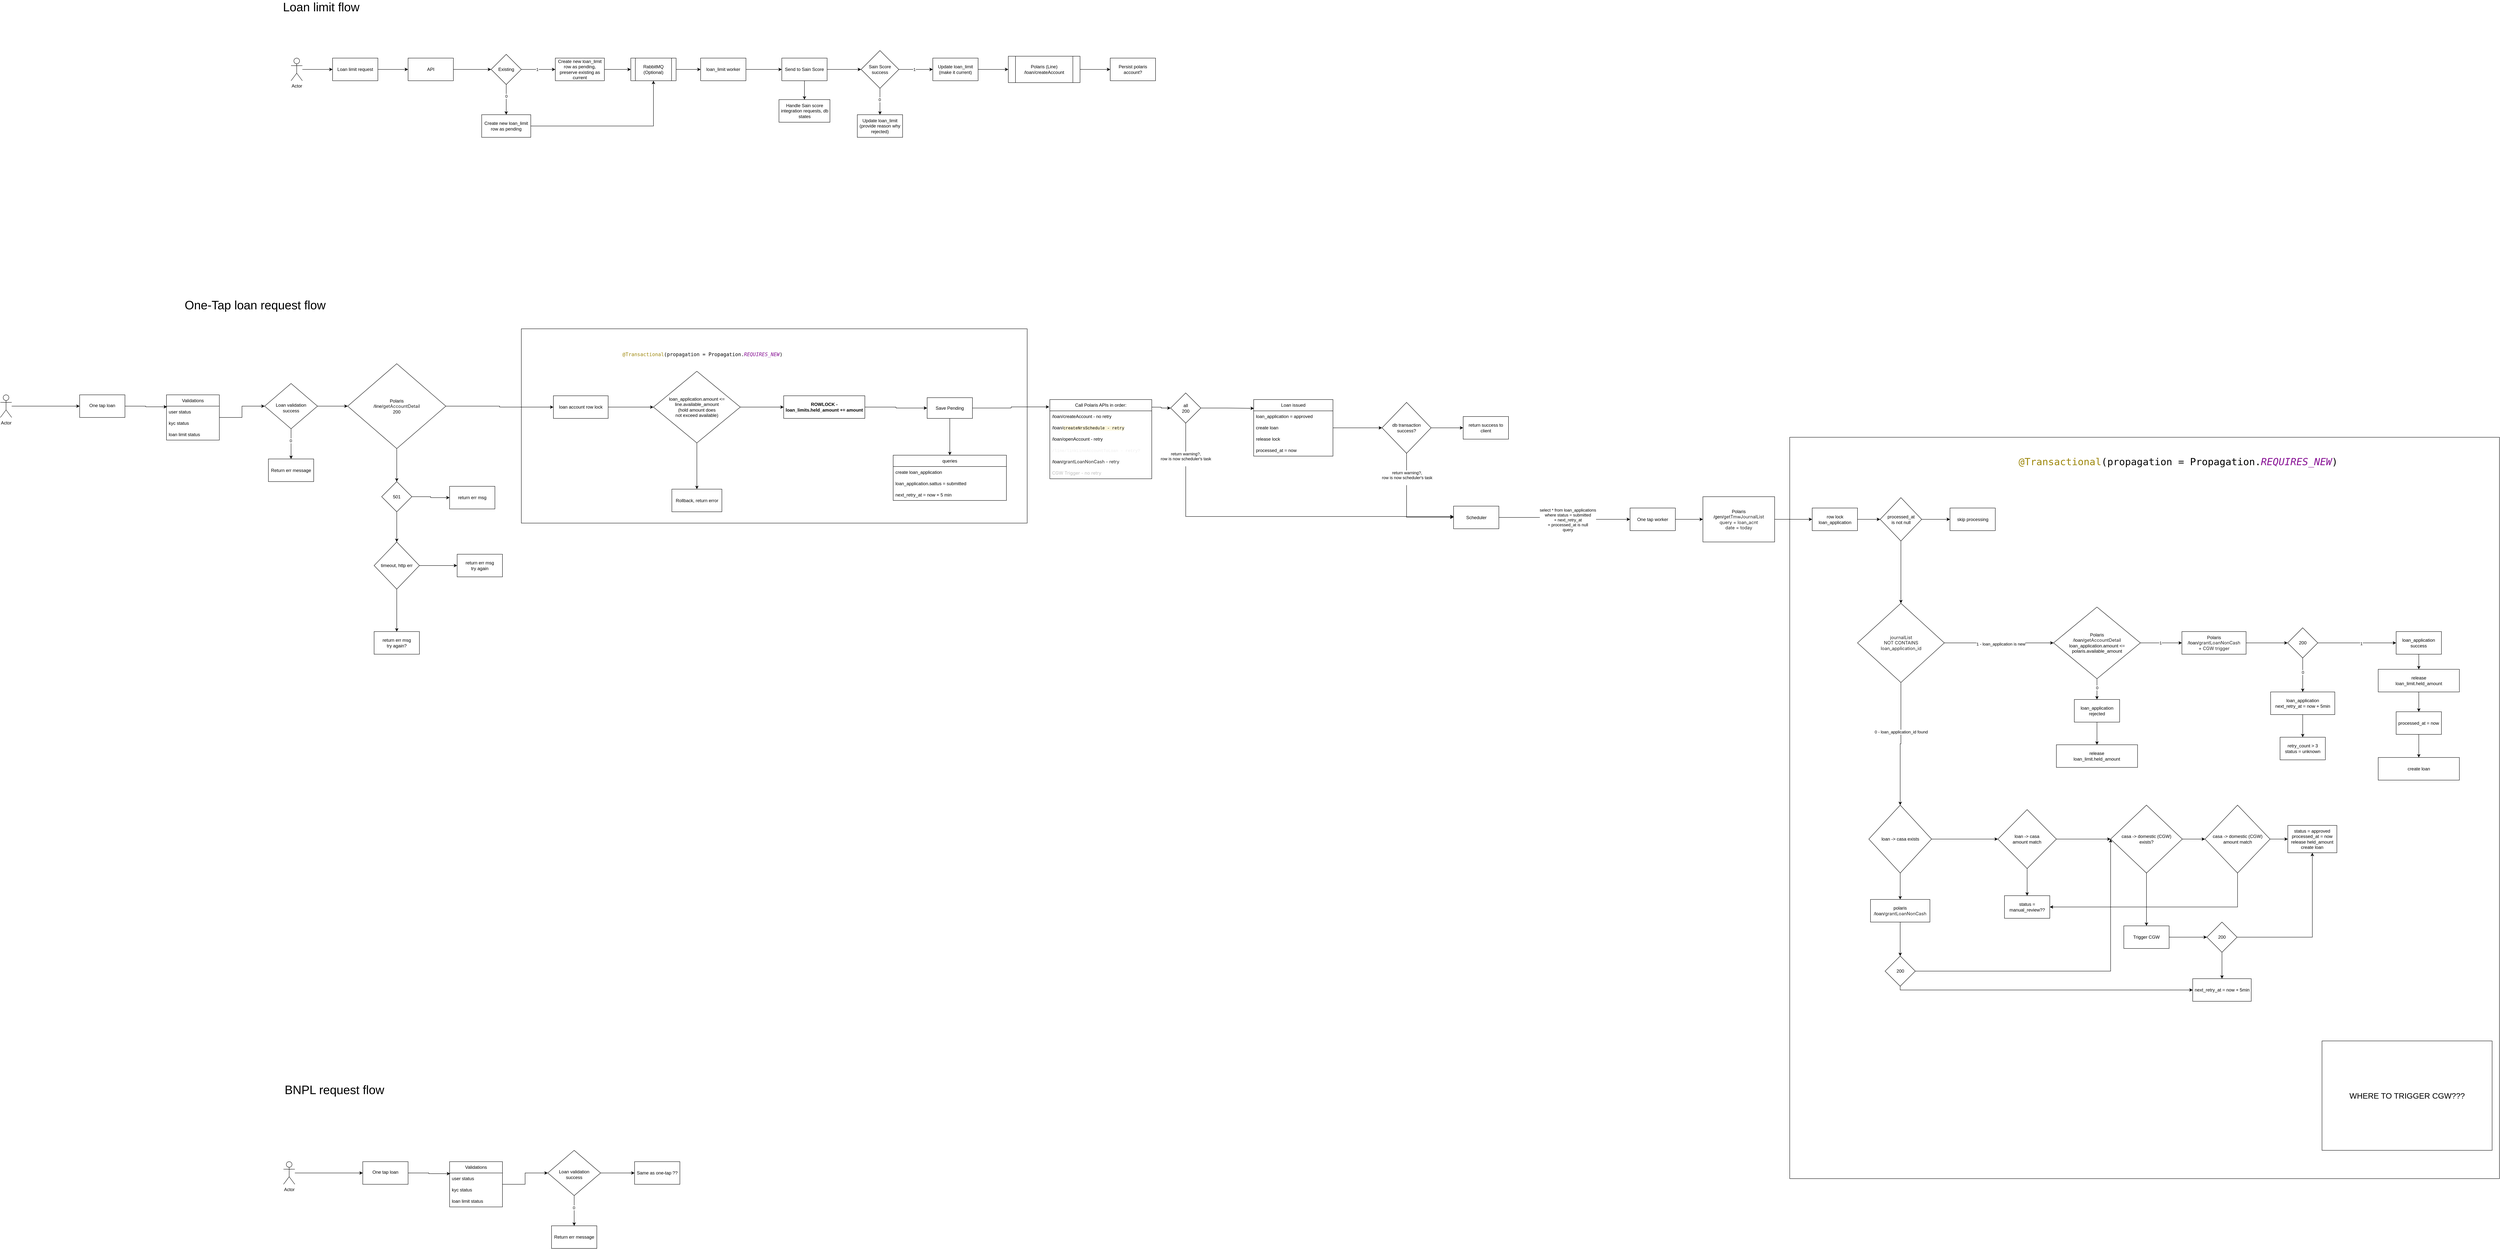
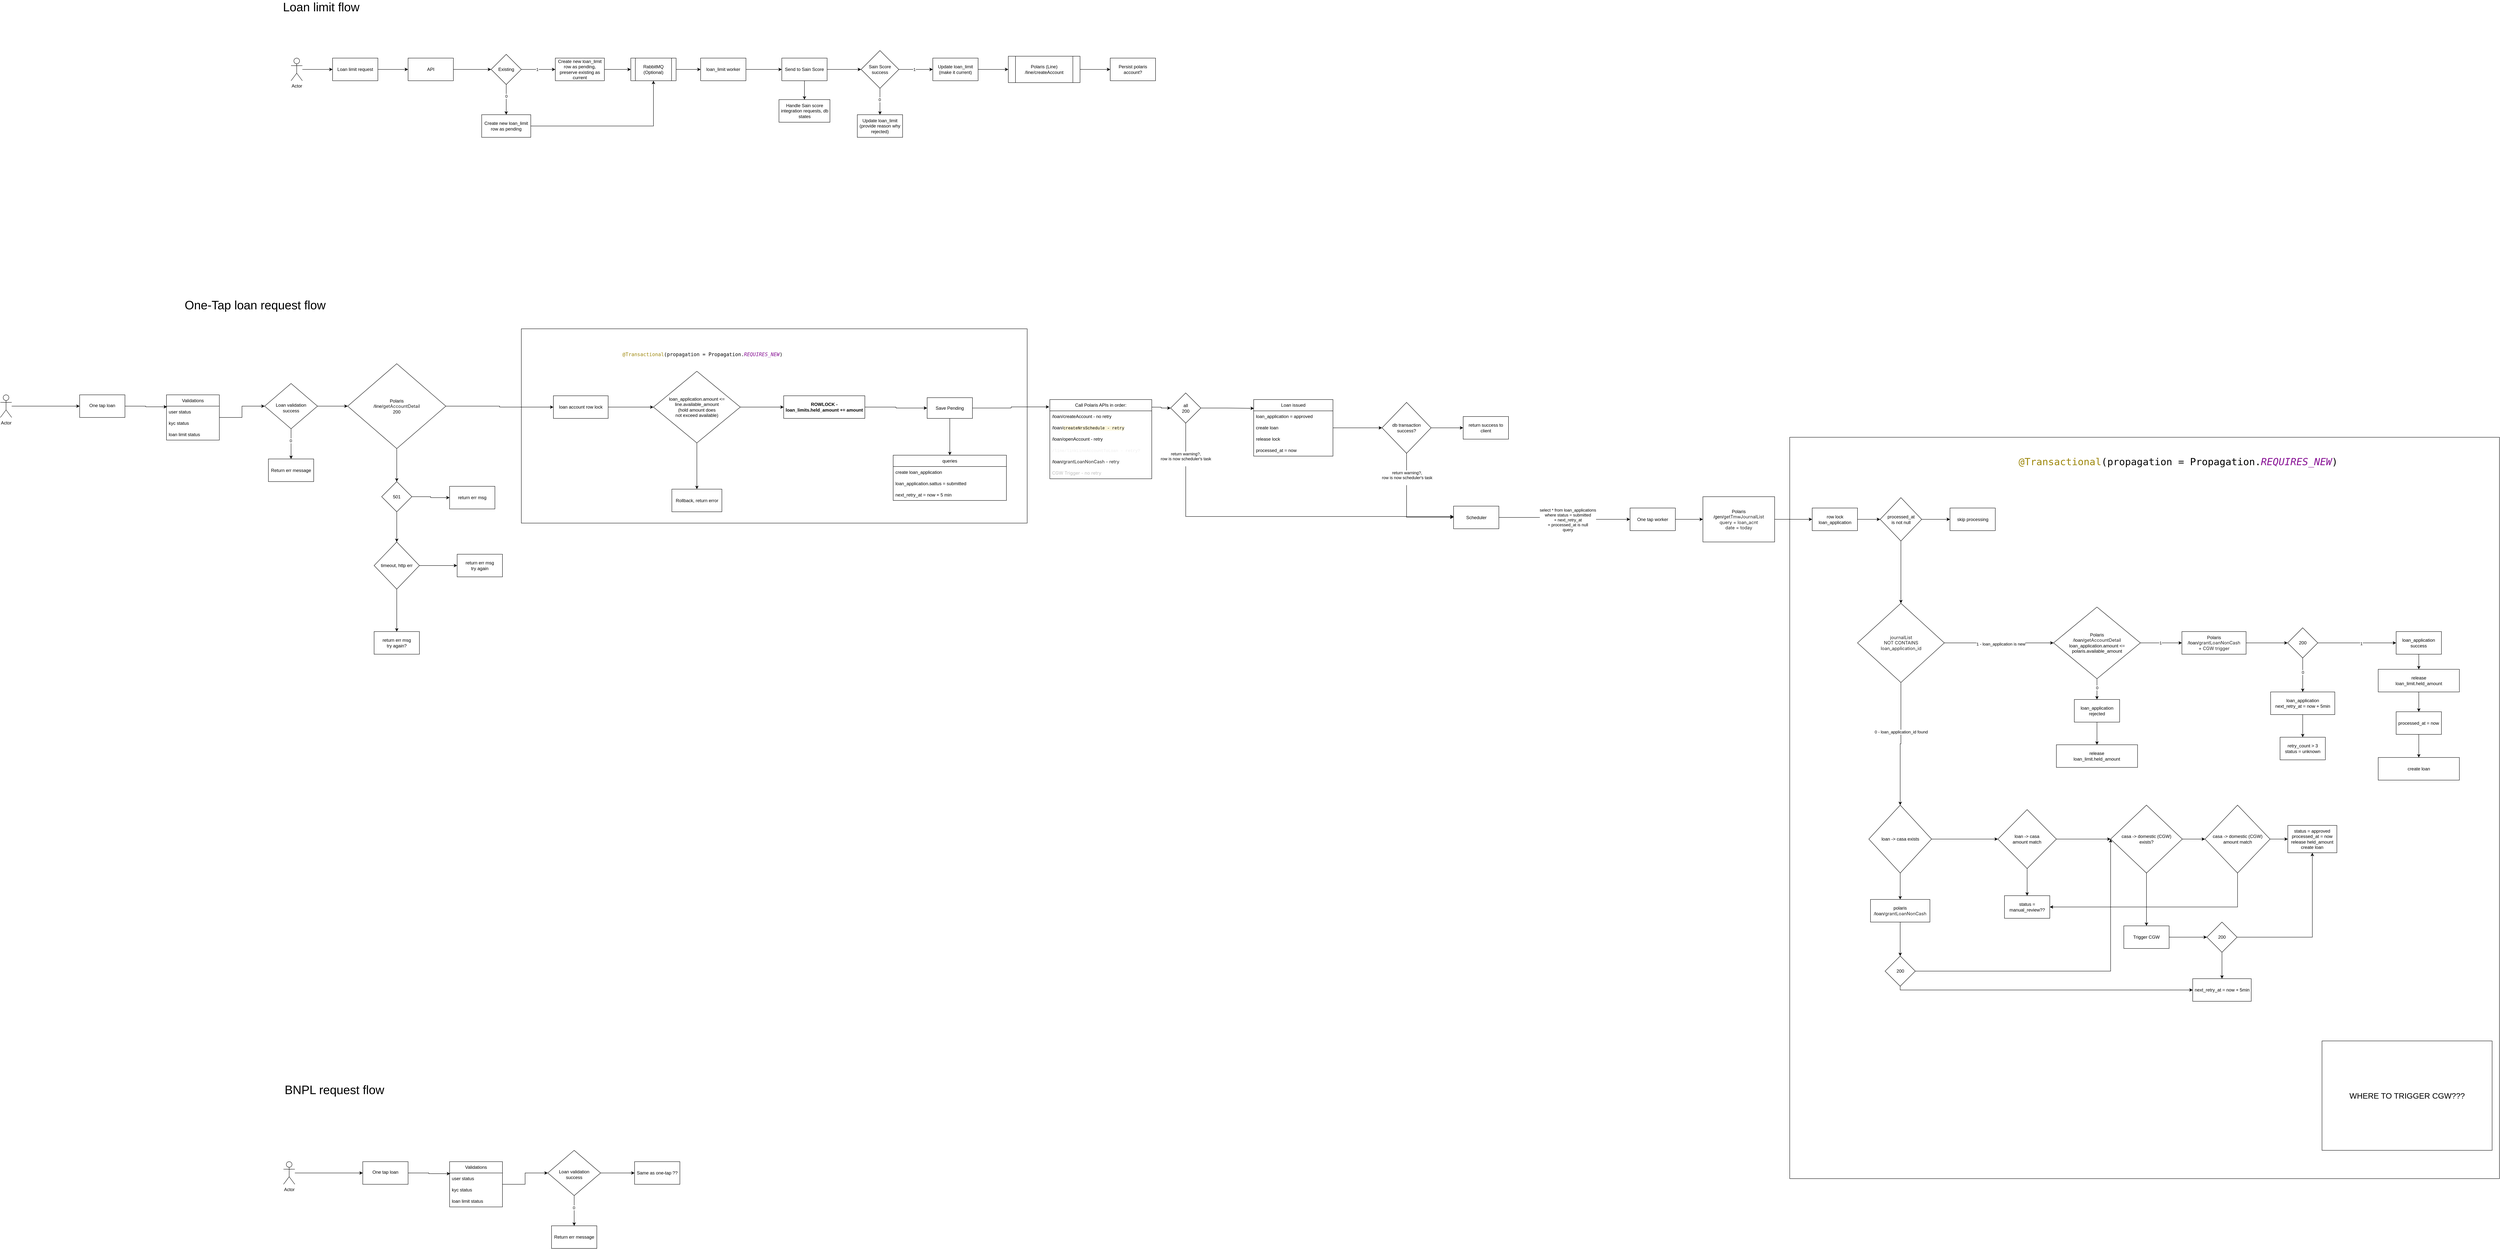
<mxfile host="app.diagrams.net">
  <diagram name="Page-1" id="VCBSuIh8bz7kurrQ0Zaz">
-     <mxGraphModel dx="1638" dy="461" grid="1" gridSize="10" guides="1" tooltips="1" connect="1" arrows="1" fold="1" page="1" pageScale="1" pageWidth="850" pageHeight="1100" math="0" shadow="0">
+     <mxGraphModel dx="2259" dy="824" grid="1" gridSize="10" guides="1" tooltips="1" connect="1" arrows="1" fold="1" page="1" pageScale="1" pageWidth="850" pageHeight="1100" math="0" shadow="0">
      <root>
        <mxCell id="0" />
        <mxCell id="1" parent="0" />
        <mxCell id="In8fDh9ZLN2M87an2Miy-188" parent="1" style="rounded=0;whiteSpace=wrap;html=1;movable=0;resizable=0;rotatable=0;deletable=0;editable=0;locked=1;connectable=0;" value="" vertex="1">
          <mxGeometry height="1965" width="1880" x="4010" y="1215" as="geometry" />
        </mxCell>
        <mxCell id="In8fDh9ZLN2M87an2Miy-172" parent="1" style="rounded=0;whiteSpace=wrap;html=1;movable=1;resizable=1;rotatable=1;deletable=1;editable=1;locked=0;connectable=1;" value="" vertex="1">
          <mxGeometry height="515" width="1340" x="650" y="927.5" as="geometry" />
        </mxCell>
        <mxCell id="KqixbsF9o6dLofBvsG9t-5" edge="1" parent="1" source="KqixbsF9o6dLofBvsG9t-1" style="edgeStyle=orthogonalEdgeStyle;rounded=0;orthogonalLoop=1;jettySize=auto;html=1;" target="KqixbsF9o6dLofBvsG9t-4" value="">
          <mxGeometry relative="1" as="geometry" />
        </mxCell>
        <mxCell id="KqixbsF9o6dLofBvsG9t-1" parent="1" style="rounded=0;whiteSpace=wrap;html=1;" value="Loan limit request" vertex="1">
          <mxGeometry height="60" width="120" x="150" y="210" as="geometry" />
        </mxCell>
        <mxCell id="KqixbsF9o6dLofBvsG9t-3" edge="1" parent="1" source="KqixbsF9o6dLofBvsG9t-2" style="edgeStyle=orthogonalEdgeStyle;rounded=0;orthogonalLoop=1;jettySize=auto;html=1;" target="KqixbsF9o6dLofBvsG9t-1" value="">
          <mxGeometry relative="1" as="geometry" />
        </mxCell>
        <mxCell id="KqixbsF9o6dLofBvsG9t-2" parent="1" style="shape=umlActor;verticalLabelPosition=bottom;verticalAlign=top;html=1;outlineConnect=0;" value="Actor" vertex="1">
          <mxGeometry height="60" width="30" x="40" y="210" as="geometry" />
        </mxCell>
        <mxCell id="KqixbsF9o6dLofBvsG9t-9" edge="1" parent="1" source="KqixbsF9o6dLofBvsG9t-4" style="edgeStyle=orthogonalEdgeStyle;rounded=0;orthogonalLoop=1;jettySize=auto;html=1;" target="KqixbsF9o6dLofBvsG9t-8" value="">
          <mxGeometry relative="1" as="geometry" />
        </mxCell>
        <mxCell id="KqixbsF9o6dLofBvsG9t-4" parent="1" style="rounded=0;whiteSpace=wrap;html=1;" value="API" vertex="1">
          <mxGeometry height="60" width="120" x="350" y="210" as="geometry" />
        </mxCell>
        <mxCell id="KqixbsF9o6dLofBvsG9t-11" edge="1" parent="1" source="KqixbsF9o6dLofBvsG9t-8" style="edgeStyle=orthogonalEdgeStyle;rounded=0;orthogonalLoop=1;jettySize=auto;html=1;" target="KqixbsF9o6dLofBvsG9t-10" value="">
          <mxGeometry relative="1" as="geometry" />
        </mxCell>
        <mxCell id="KqixbsF9o6dLofBvsG9t-12" connectable="0" parent="KqixbsF9o6dLofBvsG9t-11" style="edgeLabel;html=1;align=center;verticalAlign=middle;resizable=0;points=[];" value="1" vertex="1">
          <mxGeometry relative="1" x="-0.079" as="geometry">
            <mxPoint as="offset" />
          </mxGeometry>
        </mxCell>
        <mxCell id="KqixbsF9o6dLofBvsG9t-14" edge="1" parent="1" source="KqixbsF9o6dLofBvsG9t-8" style="edgeStyle=orthogonalEdgeStyle;rounded=0;orthogonalLoop=1;jettySize=auto;html=1;" target="KqixbsF9o6dLofBvsG9t-13" value="">
          <mxGeometry relative="1" as="geometry" />
        </mxCell>
        <mxCell id="KqixbsF9o6dLofBvsG9t-15" connectable="0" parent="KqixbsF9o6dLofBvsG9t-14" style="edgeLabel;html=1;align=center;verticalAlign=middle;resizable=0;points=[];" value="0" vertex="1">
          <mxGeometry relative="1" x="-0.2407" as="geometry">
            <mxPoint as="offset" />
          </mxGeometry>
        </mxCell>
        <mxCell id="KqixbsF9o6dLofBvsG9t-8" parent="1" style="rhombus;whiteSpace=wrap;html=1;rounded=0;" value="Existing" vertex="1">
          <mxGeometry height="80" width="80" x="570" y="200" as="geometry" />
        </mxCell>
        <mxCell id="KqixbsF9o6dLofBvsG9t-23" edge="1" parent="1" source="KqixbsF9o6dLofBvsG9t-10" style="edgeStyle=orthogonalEdgeStyle;rounded=0;orthogonalLoop=1;jettySize=auto;html=1;" target="KqixbsF9o6dLofBvsG9t-22" value="">
          <mxGeometry relative="1" as="geometry" />
        </mxCell>
        <mxCell id="KqixbsF9o6dLofBvsG9t-10" parent="1" style="whiteSpace=wrap;html=1;rounded=0;" value="Create new loan_limit row as pending, preserve existing as current" vertex="1">
          <mxGeometry height="60" width="130" x="740" y="210" as="geometry" />
        </mxCell>
        <mxCell id="KqixbsF9o6dLofBvsG9t-26" edge="1" parent="1" source="KqixbsF9o6dLofBvsG9t-13" style="edgeStyle=orthogonalEdgeStyle;rounded=0;orthogonalLoop=1;jettySize=auto;html=1;entryX=0.5;entryY=1;entryDx=0;entryDy=0;" target="KqixbsF9o6dLofBvsG9t-22">
          <mxGeometry relative="1" as="geometry" />
        </mxCell>
        <mxCell id="KqixbsF9o6dLofBvsG9t-13" parent="1" style="whiteSpace=wrap;html=1;rounded=0;" value="Create new loan_limit row as pending" vertex="1">
          <mxGeometry height="60" width="130" x="545" y="360" as="geometry" />
        </mxCell>
        <mxCell id="KqixbsF9o6dLofBvsG9t-25" edge="1" parent="1" source="KqixbsF9o6dLofBvsG9t-22" style="edgeStyle=orthogonalEdgeStyle;rounded=0;orthogonalLoop=1;jettySize=auto;html=1;" target="KqixbsF9o6dLofBvsG9t-24" value="">
          <mxGeometry relative="1" as="geometry" />
        </mxCell>
        <mxCell id="KqixbsF9o6dLofBvsG9t-22" parent="1" style="shape=process;whiteSpace=wrap;html=1;backgroundOutline=1;rounded=0;" value="RabbitMQ (Optional)" vertex="1">
          <mxGeometry height="60" width="120" x="940" y="210" as="geometry" />
        </mxCell>
        <mxCell id="KqixbsF9o6dLofBvsG9t-28" edge="1" parent="1" source="KqixbsF9o6dLofBvsG9t-24" style="edgeStyle=orthogonalEdgeStyle;rounded=0;orthogonalLoop=1;jettySize=auto;html=1;" target="KqixbsF9o6dLofBvsG9t-27" value="">
          <mxGeometry relative="1" as="geometry" />
        </mxCell>
        <mxCell id="KqixbsF9o6dLofBvsG9t-24" parent="1" style="whiteSpace=wrap;html=1;rounded=0;" value="loan_limit worker" vertex="1">
          <mxGeometry height="60" width="120" x="1125" y="210" as="geometry" />
        </mxCell>
        <mxCell id="KqixbsF9o6dLofBvsG9t-30" edge="1" parent="1" source="KqixbsF9o6dLofBvsG9t-27" style="edgeStyle=orthogonalEdgeStyle;rounded=0;orthogonalLoop=1;jettySize=auto;html=1;" target="KqixbsF9o6dLofBvsG9t-29" value="">
          <mxGeometry relative="1" as="geometry" />
        </mxCell>
        <mxCell id="KqixbsF9o6dLofBvsG9t-38" edge="1" parent="1" source="KqixbsF9o6dLofBvsG9t-27" style="edgeStyle=orthogonalEdgeStyle;rounded=0;orthogonalLoop=1;jettySize=auto;html=1;" target="KqixbsF9o6dLofBvsG9t-37" value="">
          <mxGeometry relative="1" as="geometry" />
        </mxCell>
        <mxCell id="KqixbsF9o6dLofBvsG9t-27" parent="1" style="whiteSpace=wrap;html=1;rounded=0;" value="Send to Sain Score" vertex="1">
          <mxGeometry height="60" width="120" x="1340" y="210" as="geometry" />
        </mxCell>
        <mxCell id="KqixbsF9o6dLofBvsG9t-32" edge="1" parent="1" source="KqixbsF9o6dLofBvsG9t-29" style="edgeStyle=orthogonalEdgeStyle;rounded=0;orthogonalLoop=1;jettySize=auto;html=1;" target="KqixbsF9o6dLofBvsG9t-31" value="">
          <mxGeometry relative="1" as="geometry" />
        </mxCell>
        <mxCell id="KqixbsF9o6dLofBvsG9t-33" connectable="0" parent="KqixbsF9o6dLofBvsG9t-32" style="edgeLabel;html=1;align=center;verticalAlign=middle;resizable=0;points=[];" value="1" vertex="1">
          <mxGeometry relative="1" x="-0.1048" as="geometry">
            <mxPoint as="offset" />
          </mxGeometry>
        </mxCell>
        <mxCell id="KqixbsF9o6dLofBvsG9t-35" edge="1" parent="1" source="KqixbsF9o6dLofBvsG9t-29" style="edgeStyle=orthogonalEdgeStyle;rounded=0;orthogonalLoop=1;jettySize=auto;html=1;" target="KqixbsF9o6dLofBvsG9t-34" value="">
          <mxGeometry relative="1" as="geometry" />
        </mxCell>
        <mxCell id="KqixbsF9o6dLofBvsG9t-36" connectable="0" parent="KqixbsF9o6dLofBvsG9t-35" style="edgeLabel;html=1;align=center;verticalAlign=middle;resizable=0;points=[];" value="0" vertex="1">
          <mxGeometry relative="1" x="-0.1429" y="-1" as="geometry">
            <mxPoint as="offset" />
          </mxGeometry>
        </mxCell>
        <mxCell id="KqixbsF9o6dLofBvsG9t-29" parent="1" style="rhombus;whiteSpace=wrap;html=1;rounded=0;" value="Sain Score success" vertex="1">
          <mxGeometry height="100" width="100" x="1550" y="190" as="geometry" />
        </mxCell>
        <mxCell id="KqixbsF9o6dLofBvsG9t-66" edge="1" parent="1" source="KqixbsF9o6dLofBvsG9t-31" style="edgeStyle=orthogonalEdgeStyle;rounded=0;orthogonalLoop=1;jettySize=auto;html=1;" target="KqixbsF9o6dLofBvsG9t-65" value="">
          <mxGeometry relative="1" as="geometry" />
        </mxCell>
        <mxCell id="KqixbsF9o6dLofBvsG9t-31" parent="1" style="whiteSpace=wrap;html=1;rounded=0;" value="Update loan_limit (make it current)" vertex="1">
          <mxGeometry height="60" width="120" x="1740" y="210" as="geometry" />
        </mxCell>
        <mxCell id="KqixbsF9o6dLofBvsG9t-34" parent="1" style="whiteSpace=wrap;html=1;rounded=0;" value="Update loan_limit&lt;br&gt;(provide reason why rejected)" vertex="1">
          <mxGeometry height="60" width="120" x="1540" y="360" as="geometry" />
        </mxCell>
        <mxCell id="KqixbsF9o6dLofBvsG9t-37" parent="1" style="whiteSpace=wrap;html=1;rounded=0;" value="Handle Sain score integration requests, db states" vertex="1">
          <mxGeometry height="60" width="135" x="1332.5" y="320" as="geometry" />
        </mxCell>
        <mxCell id="KqixbsF9o6dLofBvsG9t-40" parent="1" style="text;html=1;whiteSpace=wrap;strokeColor=none;fillColor=none;align=center;verticalAlign=middle;rounded=0;fontSize=32;" value="Loan limit flow" vertex="1">
          <mxGeometry height="30" width="260" x="-10" y="60" as="geometry" />
        </mxCell>
        <mxCell id="KqixbsF9o6dLofBvsG9t-74" edge="1" parent="1" source="KqixbsF9o6dLofBvsG9t-65" style="edgeStyle=orthogonalEdgeStyle;rounded=0;orthogonalLoop=1;jettySize=auto;html=1;" target="KqixbsF9o6dLofBvsG9t-73" value="">
          <mxGeometry relative="1" as="geometry" />
        </mxCell>
-         <mxCell id="KqixbsF9o6dLofBvsG9t-65" parent="1" style="shape=process;whiteSpace=wrap;html=1;backgroundOutline=1;rounded=0;" value="Polaris (Line)&lt;br&gt;/loan/createAccount" vertex="1">
+         <mxCell id="KqixbsF9o6dLofBvsG9t-65" parent="1" style="shape=process;whiteSpace=wrap;html=1;backgroundOutline=1;rounded=0;" value="Polaris (Line)&lt;br&gt;/line/createAccount" vertex="1">
          <mxGeometry height="70" width="190" x="1940" y="205" as="geometry" />
        </mxCell>
        <mxCell id="KqixbsF9o6dLofBvsG9t-73" parent="1" style="whiteSpace=wrap;html=1;rounded=0;" value="Persist polaris account?" vertex="1">
          <mxGeometry height="60" width="120" x="2210" y="210" as="geometry" />
        </mxCell>
        <mxCell id="U8Ajh8Gpa-m2DNKNFQys-1" parent="1" style="text;html=1;whiteSpace=wrap;strokeColor=none;fillColor=none;align=center;verticalAlign=middle;rounded=0;fontSize=32;" value="One-Tap loan request flow" vertex="1">
          <mxGeometry height="30" width="470" x="-290" y="850" as="geometry" />
        </mxCell>
        <mxCell id="In8fDh9ZLN2M87an2Miy-1" edge="1" parent="1" source="In8fDh9ZLN2M87an2Miy-2" style="edgeStyle=orthogonalEdgeStyle;rounded=0;orthogonalLoop=1;jettySize=auto;html=1;" target="In8fDh9ZLN2M87an2Miy-4" value="">
          <mxGeometry relative="1" as="geometry" />
        </mxCell>
        <mxCell id="In8fDh9ZLN2M87an2Miy-2" parent="1" style="shape=umlActor;verticalLabelPosition=bottom;verticalAlign=top;html=1;outlineConnect=0;" value="Actor" vertex="1">
          <mxGeometry height="60" width="30" x="-730" y="1102.5" as="geometry" />
        </mxCell>
        <mxCell id="In8fDh9ZLN2M87an2Miy-3" edge="1" parent="1" source="In8fDh9ZLN2M87an2Miy-4" style="edgeStyle=orthogonalEdgeStyle;rounded=0;orthogonalLoop=1;jettySize=auto;html=1;entryX=0.011;entryY=0.06;entryDx=0;entryDy=0;entryPerimeter=0;" target="In8fDh9ZLN2M87an2Miy-28" value="">
          <mxGeometry relative="1" as="geometry">
            <mxPoint x="-310" y="1132.5" as="targetPoint" />
          </mxGeometry>
        </mxCell>
        <mxCell id="In8fDh9ZLN2M87an2Miy-4" parent="1" style="whiteSpace=wrap;html=1;verticalAlign=top;" value="&lt;div&gt;&lt;br&gt;&lt;/div&gt;&lt;div&gt;One tap loan&lt;/div&gt;" vertex="1">
          <mxGeometry height="60" width="120" x="-520" y="1102.5" as="geometry" />
        </mxCell>
        <mxCell id="In8fDh9ZLN2M87an2Miy-7" edge="1" parent="1" source="In8fDh9ZLN2M87an2Miy-9" style="edgeStyle=orthogonalEdgeStyle;rounded=0;orthogonalLoop=1;jettySize=auto;html=1;" target="In8fDh9ZLN2M87an2Miy-13" value="">
          <mxGeometry relative="1" as="geometry" />
        </mxCell>
        <mxCell id="In8fDh9ZLN2M87an2Miy-8" connectable="0" parent="In8fDh9ZLN2M87an2Miy-7" style="edgeLabel;html=1;align=center;verticalAlign=middle;resizable=0;points=[];" value="0" vertex="1">
          <mxGeometry relative="1" x="-0.2091" y="-1" as="geometry">
            <mxPoint as="offset" />
          </mxGeometry>
        </mxCell>
        <mxCell id="In8fDh9ZLN2M87an2Miy-230" edge="1" parent="1" source="In8fDh9ZLN2M87an2Miy-9" style="edgeStyle=orthogonalEdgeStyle;rounded=0;orthogonalLoop=1;jettySize=auto;html=1;" target="In8fDh9ZLN2M87an2Miy-228">
          <mxGeometry relative="1" as="geometry" />
        </mxCell>
        <mxCell id="In8fDh9ZLN2M87an2Miy-9" parent="1" style="rhombus;whiteSpace=wrap;html=1;verticalAlign=top;" value="&lt;br&gt;&lt;br&gt;&lt;div&gt;&lt;br&gt;&lt;/div&gt;&lt;div&gt;Loan validation&lt;br&gt;success&lt;/div&gt;" vertex="1">
          <mxGeometry height="120" width="140" x="-30" y="1072.5" as="geometry" />
        </mxCell>
        <mxCell id="In8fDh9ZLN2M87an2Miy-10" edge="1" parent="1" source="In8fDh9ZLN2M87an2Miy-12" style="edgeStyle=orthogonalEdgeStyle;rounded=0;orthogonalLoop=1;jettySize=auto;html=1;entryX=0.5;entryY=0;entryDx=0;entryDy=0;" target="In8fDh9ZLN2M87an2Miy-14">
          <mxGeometry relative="1" as="geometry" />
        </mxCell>
        <mxCell id="In8fDh9ZLN2M87an2Miy-54" edge="1" parent="1" source="In8fDh9ZLN2M87an2Miy-105" style="edgeStyle=orthogonalEdgeStyle;rounded=0;orthogonalLoop=1;jettySize=auto;html=1;exitX=1;exitY=0.5;exitDx=0;exitDy=0;" target="In8fDh9ZLN2M87an2Miy-53" value="">
          <mxGeometry relative="1" as="geometry">
            <mxPoint x="3329.5" y="1432.5" as="sourcePoint" />
          </mxGeometry>
        </mxCell>
        <mxCell id="In8fDh9ZLN2M87an2Miy-55" connectable="0" parent="In8fDh9ZLN2M87an2Miy-54" style="edgeLabel;html=1;align=center;verticalAlign=middle;resizable=0;points=[];" value="select * from loan_applications&lt;br&gt;where status = submitted&lt;br&gt;+ next_retry_at&lt;br&gt;+ processed_at is null&lt;br&gt;query" vertex="1">
          <mxGeometry relative="1" x="0.0637" y="-1" as="geometry">
            <mxPoint as="offset" />
          </mxGeometry>
        </mxCell>
        <mxCell id="In8fDh9ZLN2M87an2Miy-246" edge="1" parent="1" source="In8fDh9ZLN2M87an2Miy-12" style="edgeStyle=orthogonalEdgeStyle;rounded=0;orthogonalLoop=1;jettySize=auto;html=1;entryX=-0.006;entryY=0.093;entryDx=0;entryDy=0;entryPerimeter=0;" target="In8fDh9ZLN2M87an2Miy-247">
          <mxGeometry relative="1" as="geometry">
            <mxPoint x="2090" y="1137.5" as="targetPoint" />
          </mxGeometry>
        </mxCell>
        <mxCell id="In8fDh9ZLN2M87an2Miy-12" parent="1" style="whiteSpace=wrap;html=1;verticalAlign=middle;" value="Save Pending" vertex="1">
          <mxGeometry height="55" width="120" x="1725" y="1110" as="geometry" />
        </mxCell>
        <mxCell id="In8fDh9ZLN2M87an2Miy-13" parent="1" style="whiteSpace=wrap;html=1;verticalAlign=middle;" value="Return err message" vertex="1">
          <mxGeometry height="60" width="120" x="-20" y="1272.5" as="geometry" />
        </mxCell>
        <mxCell id="In8fDh9ZLN2M87an2Miy-14" parent="1" style="swimlane;fontStyle=0;childLayout=stackLayout;horizontal=1;startSize=30;horizontalStack=0;resizeParent=1;resizeParentMax=0;resizeLast=0;collapsible=1;marginBottom=0;whiteSpace=wrap;html=1;" value="queries" vertex="1">
          <mxGeometry height="120" width="300" x="1635" y="1262.5" as="geometry" />
        </mxCell>
        <mxCell id="In8fDh9ZLN2M87an2Miy-15" parent="In8fDh9ZLN2M87an2Miy-14" style="text;strokeColor=none;fillColor=none;align=left;verticalAlign=middle;spacingLeft=4;spacingRight=4;overflow=hidden;points=[[0,0.5],[1,0.5]];portConstraint=eastwest;rotatable=0;whiteSpace=wrap;html=1;" value="create loan_application" vertex="1">
          <mxGeometry height="30" width="300" y="30" as="geometry" />
        </mxCell>
        <mxCell id="In8fDh9ZLN2M87an2Miy-104" parent="In8fDh9ZLN2M87an2Miy-14" style="text;strokeColor=none;fillColor=none;align=left;verticalAlign=middle;spacingLeft=4;spacingRight=4;overflow=hidden;points=[[0,0.5],[1,0.5]];portConstraint=eastwest;rotatable=0;whiteSpace=wrap;html=1;" value="loan_application.sattus = submitted" vertex="1">
          <mxGeometry height="30" width="300" y="60" as="geometry" />
        </mxCell>
        <mxCell id="In8fDh9ZLN2M87an2Miy-17" parent="In8fDh9ZLN2M87an2Miy-14" style="text;strokeColor=none;fillColor=none;align=left;verticalAlign=middle;spacingLeft=4;spacingRight=4;overflow=hidden;points=[[0,0.5],[1,0.5]];portConstraint=eastwest;rotatable=0;whiteSpace=wrap;html=1;" value="next_retry_at = now + 5 min" vertex="1">
          <mxGeometry height="30" width="300" y="90" as="geometry" />
        </mxCell>
        <mxCell id="In8fDh9ZLN2M87an2Miy-32" edge="1" parent="1" source="In8fDh9ZLN2M87an2Miy-27" style="edgeStyle=orthogonalEdgeStyle;rounded=0;orthogonalLoop=1;jettySize=auto;html=1;entryX=0;entryY=0.5;entryDx=0;entryDy=0;" target="In8fDh9ZLN2M87an2Miy-9">
          <mxGeometry relative="1" as="geometry" />
        </mxCell>
        <mxCell id="In8fDh9ZLN2M87an2Miy-27" parent="1" style="swimlane;fontStyle=0;childLayout=stackLayout;horizontal=1;startSize=30;horizontalStack=0;resizeParent=1;resizeParentMax=0;resizeLast=0;collapsible=1;marginBottom=0;whiteSpace=wrap;html=1;" value="Validations" vertex="1">
          <mxGeometry height="120" width="140" x="-290" y="1102.5" as="geometry" />
        </mxCell>
        <mxCell id="In8fDh9ZLN2M87an2Miy-28" parent="In8fDh9ZLN2M87an2Miy-27" style="text;strokeColor=none;fillColor=none;align=left;verticalAlign=middle;spacingLeft=4;spacingRight=4;overflow=hidden;points=[[0,0.5],[1,0.5]];portConstraint=eastwest;rotatable=0;whiteSpace=wrap;html=1;" value="user status" vertex="1">
          <mxGeometry height="30" width="140" y="30" as="geometry" />
        </mxCell>
        <mxCell id="In8fDh9ZLN2M87an2Miy-29" parent="In8fDh9ZLN2M87an2Miy-27" style="text;strokeColor=none;fillColor=none;align=left;verticalAlign=middle;spacingLeft=4;spacingRight=4;overflow=hidden;points=[[0,0.5],[1,0.5]];portConstraint=eastwest;rotatable=0;whiteSpace=wrap;html=1;" value="kyc status" vertex="1">
          <mxGeometry height="30" width="140" y="60" as="geometry" />
        </mxCell>
        <mxCell id="In8fDh9ZLN2M87an2Miy-33" parent="In8fDh9ZLN2M87an2Miy-27" style="text;strokeColor=none;fillColor=none;align=left;verticalAlign=middle;spacingLeft=4;spacingRight=4;overflow=hidden;points=[[0,0.5],[1,0.5]];portConstraint=eastwest;rotatable=0;whiteSpace=wrap;html=1;" value="loan limit status" vertex="1">
          <mxGeometry height="30" width="140" y="90" as="geometry" />
        </mxCell>
        <mxCell id="In8fDh9ZLN2M87an2Miy-116" edge="1" parent="1" source="In8fDh9ZLN2M87an2Miy-53" style="edgeStyle=orthogonalEdgeStyle;rounded=0;orthogonalLoop=1;jettySize=auto;html=1;entryX=0;entryY=0.5;entryDx=0;entryDy=0;" target="In8fDh9ZLN2M87an2Miy-68">
          <mxGeometry relative="1" as="geometry" />
        </mxCell>
        <mxCell id="In8fDh9ZLN2M87an2Miy-53" parent="1" style="whiteSpace=wrap;html=1;" value="One tap worker" vertex="1">
          <mxGeometry height="60" width="120" x="3587" y="1402.5" as="geometry" />
        </mxCell>
        <mxCell id="In8fDh9ZLN2M87an2Miy-67" edge="1" parent="1" source="In8fDh9ZLN2M87an2Miy-58" style="edgeStyle=orthogonalEdgeStyle;rounded=0;orthogonalLoop=1;jettySize=auto;html=1;entryX=0;entryY=0.5;entryDx=0;entryDy=0;" target="In8fDh9ZLN2M87an2Miy-66" value="">
          <mxGeometry relative="1" as="geometry">
            <mxPoint x="5343.87" y="1760" as="targetPoint" />
          </mxGeometry>
        </mxCell>
        <mxCell id="In8fDh9ZLN2M87an2Miy-58" parent="1" style="whiteSpace=wrap;html=1;" value="Polaris /loan/&lt;span style=&quot;color: rgb(33, 33, 33); font-family: Inter, system-ui, -apple-system, &amp;quot;system-ui&amp;quot;, &amp;quot;Segoe UI&amp;quot;, Roboto, Oxygen, Ubuntu, Cantarell, &amp;quot;Fira Sans&amp;quot;, &amp;quot;Droid Sans&amp;quot;, Helvetica, Arial, sans-serif; text-align: left; white-space: pre-wrap; background-color: rgb(255, 255, 255);&quot;&gt;grantLoanNonCash&lt;br/&gt;+ CGW trigger&lt;/span&gt;" vertex="1">
          <mxGeometry height="60" width="170" x="5048.87" y="1730" as="geometry" />
        </mxCell>
        <mxCell id="In8fDh9ZLN2M87an2Miy-62" edge="1" parent="1" source="In8fDh9ZLN2M87an2Miy-59" style="edgeStyle=orthogonalEdgeStyle;rounded=0;orthogonalLoop=1;jettySize=auto;html=1;" target="In8fDh9ZLN2M87an2Miy-61" value="">
          <mxGeometry relative="1" as="geometry" />
        </mxCell>
        <mxCell id="In8fDh9ZLN2M87an2Miy-91" connectable="0" parent="In8fDh9ZLN2M87an2Miy-62" style="edgeLabel;html=1;align=center;verticalAlign=middle;resizable=0;points=[];" value="0" vertex="1">
          <mxGeometry relative="1" x="-0.1431" as="geometry">
            <mxPoint as="offset" />
          </mxGeometry>
        </mxCell>
        <mxCell id="In8fDh9ZLN2M87an2Miy-65" edge="1" parent="1" source="In8fDh9ZLN2M87an2Miy-59" style="edgeStyle=orthogonalEdgeStyle;rounded=0;orthogonalLoop=1;jettySize=auto;html=1;" target="In8fDh9ZLN2M87an2Miy-58">
          <mxGeometry relative="1" as="geometry" />
        </mxCell>
        <mxCell id="In8fDh9ZLN2M87an2Miy-90" connectable="0" parent="In8fDh9ZLN2M87an2Miy-65" style="edgeLabel;html=1;align=center;verticalAlign=middle;resizable=0;points=[];" value="1" vertex="1">
          <mxGeometry relative="1" x="-0.0451" as="geometry">
            <mxPoint as="offset" />
          </mxGeometry>
        </mxCell>
        <mxCell id="In8fDh9ZLN2M87an2Miy-59" parent="1" style="rhombus;whiteSpace=wrap;html=1;" value="Polaris&lt;br&gt;/loan/&lt;span style=&quot;color: rgb(33, 33, 33); font-family: Inter, system-ui, -apple-system, &amp;quot;system-ui&amp;quot;, &amp;quot;Segoe UI&amp;quot;, Roboto, Oxygen, Ubuntu, Cantarell, &amp;quot;Fira Sans&amp;quot;, &amp;quot;Droid Sans&amp;quot;, Helvetica, Arial, sans-serif; text-align: left; white-space: pre-wrap; background-color: rgb(255, 255, 255);&quot;&gt;getAccountDetail&lt;/span&gt;&lt;br&gt;loan_application.amount &amp;lt;= polaris.available_amount" vertex="1">
          <mxGeometry height="190" width="230" x="4708.87" y="1665" as="geometry" />
        </mxCell>
        <mxCell id="In8fDh9ZLN2M87an2Miy-64" edge="1" parent="1" source="In8fDh9ZLN2M87an2Miy-61" style="edgeStyle=orthogonalEdgeStyle;rounded=0;orthogonalLoop=1;jettySize=auto;html=1;" target="In8fDh9ZLN2M87an2Miy-63" value="">
          <mxGeometry relative="1" as="geometry" />
        </mxCell>
        <mxCell id="In8fDh9ZLN2M87an2Miy-61" parent="1" style="whiteSpace=wrap;html=1;" value="loan_application&lt;br&gt;rejected" vertex="1">
          <mxGeometry height="60" width="120" x="4763.87" y="1910" as="geometry" />
        </mxCell>
        <mxCell id="In8fDh9ZLN2M87an2Miy-63" parent="1" style="whiteSpace=wrap;html=1;" value="release &lt;br&gt;loan_limit.held_amount" vertex="1">
          <mxGeometry height="60" width="215" x="4716.37" y="2030" as="geometry" />
        </mxCell>
        <mxCell id="In8fDh9ZLN2M87an2Miy-81" edge="1" parent="1" source="In8fDh9ZLN2M87an2Miy-66" style="edgeStyle=orthogonalEdgeStyle;rounded=0;orthogonalLoop=1;jettySize=auto;html=1;entryX=0;entryY=0.5;entryDx=0;entryDy=0;" target="In8fDh9ZLN2M87an2Miy-79">
          <mxGeometry relative="1" as="geometry" />
        </mxCell>
        <mxCell id="In8fDh9ZLN2M87an2Miy-92" connectable="0" parent="In8fDh9ZLN2M87an2Miy-81" style="edgeLabel;html=1;align=center;verticalAlign=middle;resizable=0;points=[];" value="1" vertex="1">
          <mxGeometry relative="1" x="0.1055" y="-2" as="geometry">
            <mxPoint as="offset" />
          </mxGeometry>
        </mxCell>
        <mxCell id="In8fDh9ZLN2M87an2Miy-83" edge="1" parent="1" source="In8fDh9ZLN2M87an2Miy-66" style="edgeStyle=orthogonalEdgeStyle;rounded=0;orthogonalLoop=1;jettySize=auto;html=1;" target="In8fDh9ZLN2M87an2Miy-82" value="">
          <mxGeometry relative="1" as="geometry" />
        </mxCell>
        <mxCell id="In8fDh9ZLN2M87an2Miy-93" connectable="0" parent="In8fDh9ZLN2M87an2Miy-83" style="edgeLabel;html=1;align=center;verticalAlign=middle;resizable=0;points=[];" value="0" vertex="1">
          <mxGeometry relative="1" x="-0.1623" as="geometry">
            <mxPoint as="offset" />
          </mxGeometry>
        </mxCell>
        <mxCell id="In8fDh9ZLN2M87an2Miy-66" parent="1" style="rhombus;whiteSpace=wrap;html=1;" value="200" vertex="1">
          <mxGeometry height="80" width="80" x="5328.87" y="1720" as="geometry" />
        </mxCell>
        <mxCell id="In8fDh9ZLN2M87an2Miy-119" edge="1" parent="1" source="In8fDh9ZLN2M87an2Miy-68" style="edgeStyle=orthogonalEdgeStyle;rounded=0;orthogonalLoop=1;jettySize=auto;html=1;" target="In8fDh9ZLN2M87an2Miy-118" value="">
          <mxGeometry relative="1" as="geometry" />
        </mxCell>
        <mxCell id="In8fDh9ZLN2M87an2Miy-68" parent="1" style="whiteSpace=wrap;html=1;" value="Polaris&lt;br&gt;/gen/&lt;span style=&quot;white-space: pre-wrap; color: rgb(33, 33, 33); font-family: Inter, system-ui, -apple-system, &amp;quot;system-ui&amp;quot;, &amp;quot;Segoe UI&amp;quot;, Roboto, Oxygen, Ubuntu, Cantarell, &amp;quot;Fira Sans&amp;quot;, &amp;quot;Droid Sans&amp;quot;, Helvetica, Arial, sans-serif; text-align: left; background-color: rgb(255, 255, 255);&quot;&gt;getTmwJournalList&lt;br&gt;query = loan_acnt&lt;br/&gt;date = today&lt;/span&gt;" vertex="1">
          <mxGeometry height="120" width="190" x="3780" y="1372.5" as="geometry" />
        </mxCell>
        <mxCell id="In8fDh9ZLN2M87an2Miy-71" edge="1" parent="1" source="In8fDh9ZLN2M87an2Miy-69" style="edgeStyle=orthogonalEdgeStyle;rounded=0;orthogonalLoop=1;jettySize=auto;html=1;entryX=0;entryY=0.5;entryDx=0;entryDy=0;" target="In8fDh9ZLN2M87an2Miy-59">
          <mxGeometry relative="1" as="geometry" />
        </mxCell>
        <mxCell id="In8fDh9ZLN2M87an2Miy-77" connectable="0" parent="In8fDh9ZLN2M87an2Miy-71" style="edgeLabel;html=1;align=center;verticalAlign=middle;resizable=0;points=[];" value="1 - loan_application is new" vertex="1">
          <mxGeometry relative="1" x="0.0312" y="-3" as="geometry">
            <mxPoint as="offset" />
          </mxGeometry>
        </mxCell>
        <mxCell id="In8fDh9ZLN2M87an2Miy-73" edge="1" parent="1" source="In8fDh9ZLN2M87an2Miy-69" style="edgeStyle=orthogonalEdgeStyle;rounded=0;orthogonalLoop=1;jettySize=auto;html=1;entryX=0.5;entryY=0;entryDx=0;entryDy=0;" target="In8fDh9ZLN2M87an2Miy-111" value="">
          <mxGeometry relative="1" as="geometry">
            <mxPoint x="4303.87" y="1960" as="targetPoint" />
          </mxGeometry>
        </mxCell>
        <mxCell id="In8fDh9ZLN2M87an2Miy-74" connectable="0" parent="In8fDh9ZLN2M87an2Miy-73" style="edgeLabel;html=1;align=center;verticalAlign=middle;resizable=0;points=[];" value="0 - loan_application_id found" vertex="1">
          <mxGeometry relative="1" x="-0.1975" as="geometry">
            <mxPoint as="offset" />
          </mxGeometry>
        </mxCell>
        <mxCell id="In8fDh9ZLN2M87an2Miy-69" parent="1" style="rhombus;whiteSpace=wrap;html=1;verticalAlign=middle;" value="&lt;div style=&quot;text-align: center;&quot;&gt;&lt;span style=&quot;background-color: light-dark(rgb(255, 255, 255), rgb(18, 18, 18)); color: light-dark(rgb(33, 33, 33), rgb(209, 209, 209)); font-family: Inter, system-ui, -apple-system, &amp;quot;system-ui&amp;quot;, &amp;quot;Segoe UI&amp;quot;, Roboto, Oxygen, Ubuntu, Cantarell, &amp;quot;Fira Sans&amp;quot;, &amp;quot;Droid Sans&amp;quot;, Helvetica, Arial, sans-serif; text-align: left; white-space: pre-wrap;&quot;&gt;journalList&lt;br&gt;NOT CONTAINS&lt;/span&gt;&lt;/div&gt;&lt;span style=&quot;white-space: pre-wrap; color: rgb(33, 33, 33); font-family: Inter, system-ui, -apple-system, &amp;quot;system-ui&amp;quot;, &amp;quot;Segoe UI&amp;quot;, Roboto, Oxygen, Ubuntu, Cantarell, &amp;quot;Fira Sans&amp;quot;, &amp;quot;Droid Sans&amp;quot;, Helvetica, Arial, sans-serif; text-align: left; background-color: rgb(255, 255, 255);&quot;&gt;loan_application_id&lt;/span&gt;" vertex="1">
          <mxGeometry height="210" width="230" x="4189.5" y="1655" as="geometry" />
        </mxCell>
        <mxCell id="In8fDh9ZLN2M87an2Miy-78" edge="1" parent="1" source="In8fDh9ZLN2M87an2Miy-79" style="edgeStyle=orthogonalEdgeStyle;rounded=0;orthogonalLoop=1;jettySize=auto;html=1;" target="In8fDh9ZLN2M87an2Miy-80" value="">
          <mxGeometry relative="1" as="geometry" />
        </mxCell>
        <mxCell id="In8fDh9ZLN2M87an2Miy-79" parent="1" style="whiteSpace=wrap;html=1;" value="loan_application&lt;br&gt;success" vertex="1">
          <mxGeometry height="60" width="120" x="5616.37" y="1730" as="geometry" />
        </mxCell>
        <mxCell id="In8fDh9ZLN2M87an2Miy-132" edge="1" parent="1" source="In8fDh9ZLN2M87an2Miy-80" style="edgeStyle=orthogonalEdgeStyle;rounded=0;orthogonalLoop=1;jettySize=auto;html=1;" target="In8fDh9ZLN2M87an2Miy-131" value="">
          <mxGeometry relative="1" as="geometry" />
        </mxCell>
        <mxCell id="In8fDh9ZLN2M87an2Miy-80" parent="1" style="whiteSpace=wrap;html=1;" value="release &lt;br&gt;loan_limit.held_amount" vertex="1">
          <mxGeometry height="60" width="215" x="5568.87" y="1830" as="geometry" />
        </mxCell>
        <mxCell id="In8fDh9ZLN2M87an2Miy-95" edge="1" parent="1" source="In8fDh9ZLN2M87an2Miy-82" style="edgeStyle=orthogonalEdgeStyle;rounded=0;orthogonalLoop=1;jettySize=auto;html=1;" target="In8fDh9ZLN2M87an2Miy-94" value="">
          <mxGeometry relative="1" as="geometry" />
        </mxCell>
        <mxCell id="In8fDh9ZLN2M87an2Miy-82" parent="1" style="whiteSpace=wrap;html=1;" value="loan_application&lt;br&gt;next_retry_at = now + 5min" vertex="1">
          <mxGeometry height="60" width="170" x="5283.87" y="1890" as="geometry" />
        </mxCell>
        <mxCell id="In8fDh9ZLN2M87an2Miy-88" parent="1" style="whiteSpace=wrap;html=1;" value="create loan" vertex="1">
          <mxGeometry height="60" width="215" x="5568.87" y="2063.75" as="geometry" />
        </mxCell>
        <mxCell id="In8fDh9ZLN2M87an2Miy-94" parent="1" style="whiteSpace=wrap;html=1;" value="retry_count &amp;gt; 3&lt;br&gt;status = unknown" vertex="1">
          <mxGeometry height="60" width="120" x="5308.87" y="2010" as="geometry" />
        </mxCell>
        <mxCell id="In8fDh9ZLN2M87an2Miy-105" parent="1" style="rounded=0;whiteSpace=wrap;html=1;" value="Scheduler" vertex="1">
          <mxGeometry height="60" width="120" x="3119.5" y="1397.5" as="geometry" />
        </mxCell>
        <mxCell id="In8fDh9ZLN2M87an2Miy-127" edge="1" parent="1" source="In8fDh9ZLN2M87an2Miy-111" style="edgeStyle=orthogonalEdgeStyle;rounded=0;orthogonalLoop=1;jettySize=auto;html=1;" target="In8fDh9ZLN2M87an2Miy-126" value="">
          <mxGeometry relative="1" as="geometry" />
        </mxCell>
        <mxCell id="In8fDh9ZLN2M87an2Miy-135" edge="1" parent="1" source="In8fDh9ZLN2M87an2Miy-111" style="edgeStyle=orthogonalEdgeStyle;rounded=0;orthogonalLoop=1;jettySize=auto;html=1;entryX=0;entryY=0.5;entryDx=0;entryDy=0;" target="In8fDh9ZLN2M87an2Miy-222">
          <mxGeometry relative="1" as="geometry">
            <mxPoint x="4520" y="2280" as="targetPoint" />
          </mxGeometry>
        </mxCell>
        <mxCell id="In8fDh9ZLN2M87an2Miy-111" parent="1" style="rhombus;whiteSpace=wrap;html=1;" value="loan -&amp;gt; casa exists" vertex="1">
          <mxGeometry height="180" width="166.25" x="4219.5" y="2190" as="geometry" />
        </mxCell>
        <mxCell id="In8fDh9ZLN2M87an2Miy-113" parent="1" style="whiteSpace=wrap;html=1;" value="status = approved&lt;br&gt;processed_at = now&lt;br&gt;release held_amount&lt;br&gt;create loan" vertex="1">
          <mxGeometry height="72.5" width="130" x="5329.37" y="2243.75" as="geometry" />
        </mxCell>
        <mxCell id="In8fDh9ZLN2M87an2Miy-122" edge="1" parent="1" source="In8fDh9ZLN2M87an2Miy-118" style="edgeStyle=orthogonalEdgeStyle;rounded=0;orthogonalLoop=1;jettySize=auto;html=1;" target="In8fDh9ZLN2M87an2Miy-121" value="">
          <mxGeometry relative="1" as="geometry" />
        </mxCell>
        <mxCell id="In8fDh9ZLN2M87an2Miy-118" parent="1" style="whiteSpace=wrap;html=1;" value="row lock&lt;br&gt;loan_application" vertex="1">
          <mxGeometry height="60" width="120" x="4069.5" y="1402.5" as="geometry" />
        </mxCell>
        <mxCell id="In8fDh9ZLN2M87an2Miy-124" edge="1" parent="1" source="In8fDh9ZLN2M87an2Miy-121" style="edgeStyle=orthogonalEdgeStyle;rounded=0;orthogonalLoop=1;jettySize=auto;html=1;" target="In8fDh9ZLN2M87an2Miy-123" value="">
          <mxGeometry relative="1" as="geometry" />
        </mxCell>
        <mxCell id="In8fDh9ZLN2M87an2Miy-125" edge="1" parent="1" source="In8fDh9ZLN2M87an2Miy-121" style="edgeStyle=orthogonalEdgeStyle;rounded=0;orthogonalLoop=1;jettySize=auto;html=1;entryX=0.5;entryY=0;entryDx=0;entryDy=0;" target="In8fDh9ZLN2M87an2Miy-69">
          <mxGeometry relative="1" as="geometry" />
        </mxCell>
        <mxCell id="In8fDh9ZLN2M87an2Miy-121" parent="1" style="rhombus;whiteSpace=wrap;html=1;" value="processed_at &lt;br&gt;is not null" vertex="1">
          <mxGeometry height="115" width="110" x="4249.5" y="1375" as="geometry" />
        </mxCell>
        <mxCell id="In8fDh9ZLN2M87an2Miy-123" parent="1" style="whiteSpace=wrap;html=1;" value="skip processing" vertex="1">
          <mxGeometry height="60" width="120" x="4434.5" y="1402.5" as="geometry" />
        </mxCell>
        <mxCell id="In8fDh9ZLN2M87an2Miy-216" edge="1" parent="1" source="In8fDh9ZLN2M87an2Miy-126" style="edgeStyle=orthogonalEdgeStyle;rounded=0;orthogonalLoop=1;jettySize=auto;html=1;entryX=0.5;entryY=0;entryDx=0;entryDy=0;" target="In8fDh9ZLN2M87an2Miy-214">
          <mxGeometry relative="1" as="geometry" />
        </mxCell>
        <mxCell id="In8fDh9ZLN2M87an2Miy-126" parent="1" style="whiteSpace=wrap;html=1;" value="polaris&lt;br&gt;/loan/&lt;span style=&quot;white-space: pre-wrap; color: rgb(33, 33, 33); font-family: Inter, system-ui, -apple-system, &amp;quot;system-ui&amp;quot;, &amp;quot;Segoe UI&amp;quot;, Roboto, Oxygen, Ubuntu, Cantarell, &amp;quot;Fira Sans&amp;quot;, &amp;quot;Droid Sans&amp;quot;, Helvetica, Arial, sans-serif; text-align: left; background-color: rgb(255, 255, 255);&quot;&gt;grantLoanNonCash&lt;/span&gt;" vertex="1">
          <mxGeometry height="60" width="157.38" x="4223.93" y="2440" as="geometry" />
        </mxCell>
        <mxCell id="In8fDh9ZLN2M87an2Miy-130" parent="1" style="rounded=0;whiteSpace=wrap;html=1;fontSize=21;" value="WHERE TO TRIGGER CGW???" vertex="1">
          <mxGeometry height="290" width="450.63" x="5420" y="2815" as="geometry" />
        </mxCell>
        <mxCell id="In8fDh9ZLN2M87an2Miy-133" edge="1" parent="1" source="In8fDh9ZLN2M87an2Miy-131" style="edgeStyle=orthogonalEdgeStyle;rounded=0;orthogonalLoop=1;jettySize=auto;html=1;" target="In8fDh9ZLN2M87an2Miy-88" value="">
          <mxGeometry relative="1" as="geometry" />
        </mxCell>
        <mxCell id="In8fDh9ZLN2M87an2Miy-131" parent="1" style="whiteSpace=wrap;html=1;" value="processed_at = now" vertex="1">
          <mxGeometry height="60" width="120" x="5616.37" y="1942.5" as="geometry" />
        </mxCell>
        <mxCell id="In8fDh9ZLN2M87an2Miy-141" edge="1" parent="1" source="In8fDh9ZLN2M87an2Miy-134" style="edgeStyle=orthogonalEdgeStyle;rounded=0;orthogonalLoop=1;jettySize=auto;html=1;entryX=0;entryY=0.5;entryDx=0;entryDy=0;" target="In8fDh9ZLN2M87an2Miy-139">
          <mxGeometry relative="1" as="geometry" />
        </mxCell>
        <mxCell id="In8fDh9ZLN2M87an2Miy-145" edge="1" parent="1" source="In8fDh9ZLN2M87an2Miy-134" style="edgeStyle=orthogonalEdgeStyle;rounded=0;orthogonalLoop=1;jettySize=auto;html=1;" target="In8fDh9ZLN2M87an2Miy-144" value="">
          <mxGeometry relative="1" as="geometry" />
        </mxCell>
        <mxCell id="In8fDh9ZLN2M87an2Miy-134" parent="1" style="rhombus;whiteSpace=wrap;html=1;" value="casa -&amp;gt; domestic (CGW)&lt;br&gt;exists?" vertex="1">
          <mxGeometry height="180" width="190" x="4860" y="2190" as="geometry" />
        </mxCell>
        <mxCell id="In8fDh9ZLN2M87an2Miy-142" edge="1" parent="1" source="In8fDh9ZLN2M87an2Miy-139" style="edgeStyle=orthogonalEdgeStyle;rounded=0;orthogonalLoop=1;jettySize=auto;html=1;entryX=0;entryY=0.5;entryDx=0;entryDy=0;" target="In8fDh9ZLN2M87an2Miy-113">
          <mxGeometry relative="1" as="geometry" />
        </mxCell>
        <mxCell id="In8fDh9ZLN2M87an2Miy-227" edge="1" parent="1" source="In8fDh9ZLN2M87an2Miy-139" style="edgeStyle=orthogonalEdgeStyle;rounded=0;orthogonalLoop=1;jettySize=auto;html=1;entryX=1;entryY=0.5;entryDx=0;entryDy=0;" target="In8fDh9ZLN2M87an2Miy-225">
          <mxGeometry relative="1" as="geometry">
            <Array as="points">
              <mxPoint x="5196" y="2460" />
            </Array>
          </mxGeometry>
        </mxCell>
        <mxCell id="In8fDh9ZLN2M87an2Miy-139" parent="1" style="rhombus;whiteSpace=wrap;html=1;" value="casa -&amp;gt; domestic (CGW)&lt;br&gt;amount match" vertex="1">
          <mxGeometry height="180" width="172.5" x="5110" y="2190" as="geometry" />
        </mxCell>
        <mxCell id="In8fDh9ZLN2M87an2Miy-147" edge="1" parent="1" source="In8fDh9ZLN2M87an2Miy-144" style="edgeStyle=orthogonalEdgeStyle;rounded=0;orthogonalLoop=1;jettySize=auto;html=1;" target="In8fDh9ZLN2M87an2Miy-146" value="">
          <mxGeometry relative="1" as="geometry" />
        </mxCell>
        <mxCell id="In8fDh9ZLN2M87an2Miy-144" parent="1" style="whiteSpace=wrap;html=1;" value="Trigger CGW" vertex="1">
          <mxGeometry height="60" width="120" x="4895" y="2510" as="geometry" />
        </mxCell>
        <mxCell id="In8fDh9ZLN2M87an2Miy-148" edge="1" parent="1" source="In8fDh9ZLN2M87an2Miy-146" style="edgeStyle=orthogonalEdgeStyle;rounded=0;orthogonalLoop=1;jettySize=auto;html=1;entryX=0.5;entryY=1;entryDx=0;entryDy=0;" target="In8fDh9ZLN2M87an2Miy-113">
          <mxGeometry relative="1" as="geometry" />
        </mxCell>
        <mxCell id="In8fDh9ZLN2M87an2Miy-150" edge="1" parent="1" source="In8fDh9ZLN2M87an2Miy-146" style="edgeStyle=orthogonalEdgeStyle;rounded=0;orthogonalLoop=1;jettySize=auto;html=1;" target="In8fDh9ZLN2M87an2Miy-149" value="">
          <mxGeometry relative="1" as="geometry" />
        </mxCell>
        <mxCell id="In8fDh9ZLN2M87an2Miy-146" parent="1" style="rhombus;whiteSpace=wrap;html=1;" value="200" vertex="1">
          <mxGeometry height="80" width="80" x="5115" y="2500" as="geometry" />
        </mxCell>
        <mxCell id="In8fDh9ZLN2M87an2Miy-149" parent="1" style="whiteSpace=wrap;html=1;" value="next_retry_at = now + 5min" vertex="1">
          <mxGeometry height="60" width="155" x="5077.5" y="2650" as="geometry" />
        </mxCell>
        <mxCell id="In8fDh9ZLN2M87an2Miy-176" edge="1" parent="1" source="In8fDh9ZLN2M87an2Miy-152" style="edgeStyle=orthogonalEdgeStyle;rounded=0;orthogonalLoop=1;jettySize=auto;html=1;" target="In8fDh9ZLN2M87an2Miy-175" value="">
          <mxGeometry relative="1" as="geometry" />
        </mxCell>
        <mxCell id="In8fDh9ZLN2M87an2Miy-244" edge="1" parent="1" source="In8fDh9ZLN2M87an2Miy-152" style="edgeStyle=orthogonalEdgeStyle;rounded=0;orthogonalLoop=1;jettySize=auto;html=1;entryX=0;entryY=0.5;entryDx=0;entryDy=0;" target="In8fDh9ZLN2M87an2Miy-162">
          <mxGeometry relative="1" as="geometry" />
        </mxCell>
        <mxCell id="In8fDh9ZLN2M87an2Miy-152" parent="1" style="rhombus;whiteSpace=wrap;html=1;" value="loan_application.amount &amp;lt;= line.available_amount&lt;br&gt;(hold amount does &lt;br&gt;not exceed available)" vertex="1">
          <mxGeometry height="190" width="230" x="1000" y="1040" as="geometry" />
        </mxCell>
        <mxCell id="In8fDh9ZLN2M87an2Miy-158" edge="1" parent="1" source="In8fDh9ZLN2M87an2Miy-247" style="edgeStyle=orthogonalEdgeStyle;rounded=0;orthogonalLoop=1;jettySize=auto;html=1;entryX=0;entryY=0.5;entryDx=0;entryDy=0;exitX=0.989;exitY=0.096;exitDx=0;exitDy=0;exitPerimeter=0;" target="In8fDh9ZLN2M87an2Miy-157">
          <mxGeometry relative="1" as="geometry">
            <mxPoint x="2300" y="1137.5714285714284" as="sourcePoint" />
          </mxGeometry>
        </mxCell>
        <mxCell id="In8fDh9ZLN2M87an2Miy-177" edge="1" parent="1" style="edgeStyle=orthogonalEdgeStyle;rounded=0;orthogonalLoop=1;jettySize=auto;html=1;entryX=0;entryY=0.5;entryDx=0;entryDy=0;">
          <mxGeometry relative="1" as="geometry">
            <Array as="points">
              <mxPoint x="2410" y="1165" />
              <mxPoint x="2410" y="1425" />
            </Array>
            <mxPoint x="2400" y="1165" as="sourcePoint" />
            <mxPoint x="3119.5" y="1425" as="targetPoint" />
          </mxGeometry>
        </mxCell>
        <mxCell id="In8fDh9ZLN2M87an2Miy-192" connectable="0" parent="In8fDh9ZLN2M87an2Miy-177" style="edgeLabel;html=1;align=center;verticalAlign=middle;resizable=0;points=[];" value="return warning?,&lt;br&gt;row is now scheduler&#39;s task&lt;div&gt;&lt;br&gt;&lt;/div&gt;" vertex="1">
          <mxGeometry relative="1" x="-0.7641" as="geometry">
            <mxPoint y="1" as="offset" />
          </mxGeometry>
        </mxCell>
        <mxCell id="In8fDh9ZLN2M87an2Miy-157" parent="1" style="rhombus;whiteSpace=wrap;html=1;" value="all&lt;br&gt;200" vertex="1">
          <mxGeometry height="80" width="80" x="2370" y="1097.5" as="geometry" />
        </mxCell>
        <mxCell id="In8fDh9ZLN2M87an2Miy-243" edge="1" parent="1" source="In8fDh9ZLN2M87an2Miy-161" style="edgeStyle=orthogonalEdgeStyle;rounded=0;orthogonalLoop=1;jettySize=auto;html=1;entryX=0;entryY=0.5;entryDx=0;entryDy=0;" target="In8fDh9ZLN2M87an2Miy-152">
          <mxGeometry relative="1" as="geometry" />
        </mxCell>
        <mxCell id="In8fDh9ZLN2M87an2Miy-161" parent="1" style="rounded=0;whiteSpace=wrap;html=1;" value="loan account row lock" vertex="1">
          <mxGeometry height="60" width="145" x="735" y="1105" as="geometry" />
        </mxCell>
        <mxCell id="In8fDh9ZLN2M87an2Miy-165" edge="1" parent="1" source="In8fDh9ZLN2M87an2Miy-162" style="edgeStyle=orthogonalEdgeStyle;rounded=0;orthogonalLoop=1;jettySize=auto;html=1;" target="In8fDh9ZLN2M87an2Miy-12">
          <mxGeometry relative="1" as="geometry" />
        </mxCell>
        <mxCell id="In8fDh9ZLN2M87an2Miy-162" parent="1" style="rounded=0;whiteSpace=wrap;html=1;" value="&lt;span style=&quot;font-weight: 700; text-align: left;&quot;&gt;ROWLOCK - loan_limits.held_amount += amount&lt;/span&gt;" vertex="1">
          <mxGeometry height="60" width="215" x="1345" y="1105" as="geometry" />
        </mxCell>
        <mxCell id="In8fDh9ZLN2M87an2Miy-184" edge="1" parent="1" source="In8fDh9ZLN2M87an2Miy-166" style="edgeStyle=orthogonalEdgeStyle;rounded=0;orthogonalLoop=1;jettySize=auto;html=1;" target="In8fDh9ZLN2M87an2Miy-183" value="">
          <mxGeometry relative="1" as="geometry" />
        </mxCell>
        <mxCell id="In8fDh9ZLN2M87an2Miy-166" parent="1" style="swimlane;fontStyle=0;childLayout=stackLayout;horizontal=1;startSize=30;horizontalStack=0;resizeParent=1;resizeParentMax=0;resizeLast=0;collapsible=1;marginBottom=0;whiteSpace=wrap;html=1;" value="Loan issued" vertex="1">
          <mxGeometry height="150" width="210" x="2590" y="1115" as="geometry" />
        </mxCell>
        <mxCell id="In8fDh9ZLN2M87an2Miy-167" parent="In8fDh9ZLN2M87an2Miy-166" style="text;strokeColor=none;fillColor=none;align=left;verticalAlign=middle;spacingLeft=4;spacingRight=4;overflow=hidden;points=[[0,0.5],[1,0.5]];portConstraint=eastwest;rotatable=0;whiteSpace=wrap;html=1;" value="loan_application = approved" vertex="1">
          <mxGeometry height="30" width="210" y="30" as="geometry" />
        </mxCell>
        <mxCell id="In8fDh9ZLN2M87an2Miy-168" parent="In8fDh9ZLN2M87an2Miy-166" style="text;strokeColor=none;fillColor=none;align=left;verticalAlign=middle;spacingLeft=4;spacingRight=4;overflow=hidden;points=[[0,0.5],[1,0.5]];portConstraint=eastwest;rotatable=0;whiteSpace=wrap;html=1;" value="create loan" vertex="1">
          <mxGeometry height="30" width="210" y="60" as="geometry" />
        </mxCell>
        <mxCell id="In8fDh9ZLN2M87an2Miy-169" parent="In8fDh9ZLN2M87an2Miy-166" style="text;strokeColor=none;fillColor=none;align=left;verticalAlign=middle;spacingLeft=4;spacingRight=4;overflow=hidden;points=[[0,0.5],[1,0.5]];portConstraint=eastwest;rotatable=0;whiteSpace=wrap;html=1;" value="release lock" vertex="1">
          <mxGeometry height="30" width="210" y="90" as="geometry" />
        </mxCell>
        <mxCell id="In8fDh9ZLN2M87an2Miy-191" parent="In8fDh9ZLN2M87an2Miy-166" style="text;strokeColor=none;fillColor=none;align=left;verticalAlign=middle;spacingLeft=4;spacingRight=4;overflow=hidden;points=[[0,0.5],[1,0.5]];portConstraint=eastwest;rotatable=0;whiteSpace=wrap;html=1;" value="processed_at = now" vertex="1">
          <mxGeometry height="30" width="210" y="120" as="geometry" />
        </mxCell>
        <mxCell id="In8fDh9ZLN2M87an2Miy-170" edge="1" parent="1" source="In8fDh9ZLN2M87an2Miy-157" style="edgeStyle=orthogonalEdgeStyle;rounded=0;orthogonalLoop=1;jettySize=auto;html=1;entryX=0.003;entryY=0.156;entryDx=0;entryDy=0;entryPerimeter=0;" target="In8fDh9ZLN2M87an2Miy-166">
          <mxGeometry relative="1" as="geometry" />
        </mxCell>
        <mxCell id="In8fDh9ZLN2M87an2Miy-174" parent="1" style="text;html=1;whiteSpace=wrap;strokeColor=none;fillColor=none;align=center;verticalAlign=middle;rounded=0;" value="&lt;div style=&quot;background-color:#ffffff;color:#080808&quot;&gt;&lt;pre style=&quot;font-family:&#39;JetBrains Mono&#39;,monospace;font-size:9.8pt;&quot;&gt;&lt;span style=&quot;color:#9e880d;&quot;&gt;@Transactional&lt;/span&gt;(propagation = &lt;span style=&quot;color:#000000;&quot;&gt;Propagation&lt;/span&gt;.&lt;span style=&quot;color:#871094;font-style:italic;&quot;&gt;REQUIRES_NEW&lt;/span&gt;)&lt;/pre&gt;&lt;/div&gt;" vertex="1">
          <mxGeometry height="30" width="240" x="1010" y="980" as="geometry" />
        </mxCell>
        <mxCell id="In8fDh9ZLN2M87an2Miy-175" parent="1" style="whiteSpace=wrap;html=1;" value="Rollback, return error" vertex="1">
          <mxGeometry height="60" width="132.5" x="1048.75" y="1352.5" as="geometry" />
        </mxCell>
        <mxCell id="In8fDh9ZLN2M87an2Miy-186" edge="1" parent="1" source="In8fDh9ZLN2M87an2Miy-183" style="edgeStyle=orthogonalEdgeStyle;rounded=0;orthogonalLoop=1;jettySize=auto;html=1;" target="In8fDh9ZLN2M87an2Miy-185" value="">
          <mxGeometry relative="1" as="geometry" />
        </mxCell>
        <mxCell id="In8fDh9ZLN2M87an2Miy-187" edge="1" parent="1" source="In8fDh9ZLN2M87an2Miy-183" style="edgeStyle=orthogonalEdgeStyle;rounded=0;orthogonalLoop=1;jettySize=auto;html=1;" target="In8fDh9ZLN2M87an2Miy-105">
          <mxGeometry relative="1" as="geometry">
            <Array as="points">
              <mxPoint x="2995" y="1427" />
            </Array>
          </mxGeometry>
        </mxCell>
        <mxCell id="In8fDh9ZLN2M87an2Miy-195" connectable="0" parent="In8fDh9ZLN2M87an2Miy-187" style="edgeLabel;html=1;align=center;verticalAlign=middle;resizable=0;points=[];" value="return warning?,&lt;br&gt;row is now scheduler&#39;s task&lt;div&gt;&lt;br&gt;&lt;/div&gt;" vertex="1">
          <mxGeometry relative="1" x="-0.5656" y="1" as="geometry">
            <mxPoint as="offset" />
          </mxGeometry>
        </mxCell>
        <mxCell id="In8fDh9ZLN2M87an2Miy-183" parent="1" style="rhombus;whiteSpace=wrap;html=1;fontStyle=0;startSize=30;horizontal=1;" value="db transaction success?" vertex="1">
          <mxGeometry height="135" width="130" x="2930" y="1122.5" as="geometry" />
        </mxCell>
        <mxCell id="In8fDh9ZLN2M87an2Miy-185" parent="1" style="whiteSpace=wrap;html=1;fontStyle=0;startSize=30;horizontal=1;" value="return success to client" vertex="1">
          <mxGeometry height="60" width="120" x="3145" y="1160" as="geometry" />
        </mxCell>
        <mxCell id="In8fDh9ZLN2M87an2Miy-189" parent="1" style="text;html=1;whiteSpace=wrap;strokeColor=none;fillColor=none;align=center;verticalAlign=middle;rounded=0;fontSize=26;" value="&lt;div style=&quot;background-color:#ffffff;color:#080808&quot;&gt;&lt;pre style=&quot;font-family: &amp;quot;JetBrains Mono&amp;quot;, monospace;&quot;&gt;&lt;span style=&quot;color:#9e880d;&quot;&gt;@Transactional&lt;/span&gt;(propagation = &lt;span style=&quot;color:#000000;&quot;&gt;Propagation&lt;/span&gt;.&lt;span style=&quot;color:#871094;font-style:italic;&quot;&gt;REQUIRES_NEW&lt;/span&gt;)&lt;/pre&gt;&lt;/div&gt;" vertex="1">
          <mxGeometry height="30" width="240" x="4918.87" y="1265" as="geometry" />
        </mxCell>
        <mxCell id="In8fDh9ZLN2M87an2Miy-198" parent="1" style="text;html=1;whiteSpace=wrap;strokeColor=none;fillColor=none;align=center;verticalAlign=middle;rounded=0;fontSize=32;" value="BNPL request flow" vertex="1">
          <mxGeometry height="30" width="470" x="-80" y="2930" as="geometry" />
        </mxCell>
        <mxCell id="In8fDh9ZLN2M87an2Miy-199" edge="1" parent="1" source="In8fDh9ZLN2M87an2Miy-200" style="edgeStyle=orthogonalEdgeStyle;rounded=0;orthogonalLoop=1;jettySize=auto;html=1;" target="In8fDh9ZLN2M87an2Miy-202" value="">
          <mxGeometry relative="1" as="geometry" />
        </mxCell>
        <mxCell id="In8fDh9ZLN2M87an2Miy-200" parent="1" style="shape=umlActor;verticalLabelPosition=bottom;verticalAlign=top;html=1;outlineConnect=0;" value="Actor" vertex="1">
          <mxGeometry height="60" width="30" x="20" y="3135" as="geometry" />
        </mxCell>
        <mxCell id="In8fDh9ZLN2M87an2Miy-201" edge="1" parent="1" source="In8fDh9ZLN2M87an2Miy-202" style="edgeStyle=orthogonalEdgeStyle;rounded=0;orthogonalLoop=1;jettySize=auto;html=1;entryX=0.011;entryY=0.06;entryDx=0;entryDy=0;entryPerimeter=0;" target="In8fDh9ZLN2M87an2Miy-209" value="">
          <mxGeometry relative="1" as="geometry">
            <mxPoint x="440" y="3165" as="targetPoint" />
          </mxGeometry>
        </mxCell>
        <mxCell id="In8fDh9ZLN2M87an2Miy-202" parent="1" style="whiteSpace=wrap;html=1;verticalAlign=top;" value="&lt;div&gt;&lt;br&gt;&lt;/div&gt;&lt;div&gt;One tap loan&lt;/div&gt;" vertex="1">
          <mxGeometry height="60" width="120" x="230" y="3135" as="geometry" />
        </mxCell>
        <mxCell id="In8fDh9ZLN2M87an2Miy-203" edge="1" parent="1" source="In8fDh9ZLN2M87an2Miy-205" style="edgeStyle=orthogonalEdgeStyle;rounded=0;orthogonalLoop=1;jettySize=auto;html=1;" target="In8fDh9ZLN2M87an2Miy-206" value="">
          <mxGeometry relative="1" as="geometry" />
        </mxCell>
        <mxCell id="In8fDh9ZLN2M87an2Miy-204" connectable="0" parent="In8fDh9ZLN2M87an2Miy-203" style="edgeLabel;html=1;align=center;verticalAlign=middle;resizable=0;points=[];" value="0" vertex="1">
          <mxGeometry relative="1" x="-0.2091" y="-1" as="geometry">
            <mxPoint as="offset" />
          </mxGeometry>
        </mxCell>
        <mxCell id="In8fDh9ZLN2M87an2Miy-213" edge="1" parent="1" source="In8fDh9ZLN2M87an2Miy-205" style="edgeStyle=orthogonalEdgeStyle;rounded=0;orthogonalLoop=1;jettySize=auto;html=1;" target="In8fDh9ZLN2M87an2Miy-212" value="">
          <mxGeometry relative="1" as="geometry" />
        </mxCell>
        <mxCell id="In8fDh9ZLN2M87an2Miy-205" parent="1" style="rhombus;whiteSpace=wrap;html=1;verticalAlign=top;" value="&lt;br&gt;&lt;br&gt;&lt;div&gt;&lt;br&gt;&lt;/div&gt;&lt;div&gt;Loan validation&lt;br&gt;success&lt;/div&gt;" vertex="1">
          <mxGeometry height="120" width="140" x="720" y="3105" as="geometry" />
        </mxCell>
        <mxCell id="In8fDh9ZLN2M87an2Miy-206" parent="1" style="whiteSpace=wrap;html=1;verticalAlign=middle;" value="Return err message" vertex="1">
          <mxGeometry height="60" width="120" x="730" y="3305" as="geometry" />
        </mxCell>
        <mxCell id="In8fDh9ZLN2M87an2Miy-207" edge="1" parent="1" source="In8fDh9ZLN2M87an2Miy-208" style="edgeStyle=orthogonalEdgeStyle;rounded=0;orthogonalLoop=1;jettySize=auto;html=1;entryX=0;entryY=0.5;entryDx=0;entryDy=0;" target="In8fDh9ZLN2M87an2Miy-205">
          <mxGeometry relative="1" as="geometry" />
        </mxCell>
        <mxCell id="In8fDh9ZLN2M87an2Miy-208" parent="1" style="swimlane;fontStyle=0;childLayout=stackLayout;horizontal=1;startSize=30;horizontalStack=0;resizeParent=1;resizeParentMax=0;resizeLast=0;collapsible=1;marginBottom=0;whiteSpace=wrap;html=1;" value="Validations" vertex="1">
          <mxGeometry height="120" width="140" x="460" y="3135" as="geometry" />
        </mxCell>
        <mxCell id="In8fDh9ZLN2M87an2Miy-209" parent="In8fDh9ZLN2M87an2Miy-208" style="text;strokeColor=none;fillColor=none;align=left;verticalAlign=middle;spacingLeft=4;spacingRight=4;overflow=hidden;points=[[0,0.5],[1,0.5]];portConstraint=eastwest;rotatable=0;whiteSpace=wrap;html=1;" value="user status" vertex="1">
          <mxGeometry height="30" width="140" y="30" as="geometry" />
        </mxCell>
        <mxCell id="In8fDh9ZLN2M87an2Miy-210" parent="In8fDh9ZLN2M87an2Miy-208" style="text;strokeColor=none;fillColor=none;align=left;verticalAlign=middle;spacingLeft=4;spacingRight=4;overflow=hidden;points=[[0,0.5],[1,0.5]];portConstraint=eastwest;rotatable=0;whiteSpace=wrap;html=1;" value="kyc status" vertex="1">
          <mxGeometry height="30" width="140" y="60" as="geometry" />
        </mxCell>
        <mxCell id="In8fDh9ZLN2M87an2Miy-211" parent="In8fDh9ZLN2M87an2Miy-208" style="text;strokeColor=none;fillColor=none;align=left;verticalAlign=middle;spacingLeft=4;spacingRight=4;overflow=hidden;points=[[0,0.5],[1,0.5]];portConstraint=eastwest;rotatable=0;whiteSpace=wrap;html=1;" value="loan limit status" vertex="1">
          <mxGeometry height="30" width="140" y="90" as="geometry" />
        </mxCell>
        <mxCell id="In8fDh9ZLN2M87an2Miy-212" parent="1" style="whiteSpace=wrap;html=1;verticalAlign=middle;" value="Same as one-tap ??" vertex="1">
          <mxGeometry height="60" width="120" x="950" y="3135" as="geometry" />
        </mxCell>
        <mxCell id="In8fDh9ZLN2M87an2Miy-218" edge="1" parent="1" source="In8fDh9ZLN2M87an2Miy-214" style="edgeStyle=orthogonalEdgeStyle;rounded=0;orthogonalLoop=1;jettySize=auto;html=1;entryX=0;entryY=0.5;entryDx=0;entryDy=0;" target="In8fDh9ZLN2M87an2Miy-134">
          <mxGeometry relative="1" as="geometry">
            <Array as="points">
              <mxPoint x="4860" y="2630" />
            </Array>
          </mxGeometry>
        </mxCell>
        <mxCell id="In8fDh9ZLN2M87an2Miy-221" edge="1" parent="1" source="In8fDh9ZLN2M87an2Miy-214" style="edgeStyle=orthogonalEdgeStyle;rounded=0;orthogonalLoop=1;jettySize=auto;html=1;entryX=0;entryY=0.5;entryDx=0;entryDy=0;" target="In8fDh9ZLN2M87an2Miy-149">
          <mxGeometry relative="1" as="geometry">
            <Array as="points">
              <mxPoint x="4303" y="2680" />
            </Array>
          </mxGeometry>
        </mxCell>
        <mxCell id="In8fDh9ZLN2M87an2Miy-214" parent="1" style="rhombus;whiteSpace=wrap;html=1;" value="200" vertex="1">
          <mxGeometry height="80" width="80" x="4262.62" y="2590" as="geometry" />
        </mxCell>
        <mxCell id="In8fDh9ZLN2M87an2Miy-223" edge="1" parent="1" source="In8fDh9ZLN2M87an2Miy-222" style="edgeStyle=orthogonalEdgeStyle;rounded=0;orthogonalLoop=1;jettySize=auto;html=1;" target="In8fDh9ZLN2M87an2Miy-134">
          <mxGeometry relative="1" as="geometry" />
        </mxCell>
        <mxCell id="In8fDh9ZLN2M87an2Miy-226" edge="1" parent="1" source="In8fDh9ZLN2M87an2Miy-222" style="edgeStyle=orthogonalEdgeStyle;rounded=0;orthogonalLoop=1;jettySize=auto;html=1;" target="In8fDh9ZLN2M87an2Miy-225" value="">
          <mxGeometry relative="1" as="geometry" />
        </mxCell>
        <mxCell id="In8fDh9ZLN2M87an2Miy-222" parent="1" style="rhombus;whiteSpace=wrap;html=1;" value="loan -&amp;gt; casa &lt;br&gt;amount match" vertex="1">
          <mxGeometry height="156.25" width="155" x="4561.37" y="2201.88" as="geometry" />
        </mxCell>
        <mxCell id="In8fDh9ZLN2M87an2Miy-225" parent="1" style="whiteSpace=wrap;html=1;" value="status = manual_review??" vertex="1">
          <mxGeometry height="60" width="120" x="4578.87" y="2429.995" as="geometry" />
        </mxCell>
        <mxCell id="In8fDh9ZLN2M87an2Miy-234" edge="1" parent="1" source="In8fDh9ZLN2M87an2Miy-228" style="edgeStyle=orthogonalEdgeStyle;rounded=0;orthogonalLoop=1;jettySize=auto;html=1;" target="In8fDh9ZLN2M87an2Miy-233" value="">
          <mxGeometry relative="1" as="geometry" />
        </mxCell>
        <mxCell id="In8fDh9ZLN2M87an2Miy-245" edge="1" parent="1" source="In8fDh9ZLN2M87an2Miy-228" style="edgeStyle=orthogonalEdgeStyle;rounded=0;orthogonalLoop=1;jettySize=auto;html=1;entryX=0;entryY=0.5;entryDx=0;entryDy=0;" target="In8fDh9ZLN2M87an2Miy-161">
          <mxGeometry relative="1" as="geometry" />
        </mxCell>
        <mxCell id="In8fDh9ZLN2M87an2Miy-228" parent="1" style="rhombus;whiteSpace=wrap;html=1;" value="Polaris&lt;br&gt;/line/&lt;span style=&quot;color: rgb(33, 33, 33); font-family: Inter, system-ui, -apple-system, &amp;quot;system-ui&amp;quot;, &amp;quot;Segoe UI&amp;quot;, Roboto, Oxygen, Ubuntu, Cantarell, &amp;quot;Fira Sans&amp;quot;, &amp;quot;Droid Sans&amp;quot;, Helvetica, Arial, sans-serif; text-align: left; white-space: pre-wrap; background-color: rgb(255, 255, 255);&quot;&gt;getAccountDetail&lt;/span&gt;&lt;br&gt;200" vertex="1">
          <mxGeometry height="225" width="260" x="190" y="1020" as="geometry" />
        </mxCell>
        <mxCell id="In8fDh9ZLN2M87an2Miy-236" edge="1" parent="1" source="In8fDh9ZLN2M87an2Miy-233" style="edgeStyle=orthogonalEdgeStyle;rounded=0;orthogonalLoop=1;jettySize=auto;html=1;" target="In8fDh9ZLN2M87an2Miy-235" value="">
          <mxGeometry relative="1" as="geometry" />
        </mxCell>
        <mxCell id="In8fDh9ZLN2M87an2Miy-242" edge="1" parent="1" source="In8fDh9ZLN2M87an2Miy-233" style="edgeStyle=orthogonalEdgeStyle;rounded=0;orthogonalLoop=1;jettySize=auto;html=1;entryX=0;entryY=0.5;entryDx=0;entryDy=0;" target="In8fDh9ZLN2M87an2Miy-241" value="">
          <mxGeometry relative="1" as="geometry">
            <mxPoint x="390" y="1372.5" as="targetPoint" />
          </mxGeometry>
        </mxCell>
        <mxCell id="In8fDh9ZLN2M87an2Miy-233" parent="1" style="rhombus;whiteSpace=wrap;html=1;" value="501" vertex="1">
          <mxGeometry height="80" width="80" x="280" y="1332.5" as="geometry" />
        </mxCell>
        <mxCell id="In8fDh9ZLN2M87an2Miy-238" edge="1" parent="1" source="In8fDh9ZLN2M87an2Miy-235" style="edgeStyle=orthogonalEdgeStyle;rounded=0;orthogonalLoop=1;jettySize=auto;html=1;entryX=0;entryY=0.5;entryDx=0;entryDy=0;" target="In8fDh9ZLN2M87an2Miy-237" value="">
          <mxGeometry relative="1" as="geometry">
            <mxPoint x="460" y="1555" as="targetPoint" />
          </mxGeometry>
        </mxCell>
        <mxCell id="In8fDh9ZLN2M87an2Miy-240" edge="1" parent="1" source="In8fDh9ZLN2M87an2Miy-235" style="edgeStyle=orthogonalEdgeStyle;rounded=0;orthogonalLoop=1;jettySize=auto;html=1;" target="In8fDh9ZLN2M87an2Miy-239" value="">
          <mxGeometry relative="1" as="geometry" />
        </mxCell>
        <mxCell id="In8fDh9ZLN2M87an2Miy-235" parent="1" style="rhombus;whiteSpace=wrap;html=1;" value="timeout, http err" vertex="1">
          <mxGeometry height="125" width="120" x="260" y="1492.5" as="geometry" />
        </mxCell>
        <mxCell id="In8fDh9ZLN2M87an2Miy-237" parent="1" style="whiteSpace=wrap;html=1;" value="return err msg&lt;br&gt;try again" vertex="1">
          <mxGeometry height="60" width="120" x="480" y="1525" as="geometry" />
        </mxCell>
        <mxCell id="In8fDh9ZLN2M87an2Miy-239" parent="1" style="whiteSpace=wrap;html=1;" value="return err msg&lt;br&gt;try again?" vertex="1">
          <mxGeometry height="60" width="120" x="260" y="1730" as="geometry" />
        </mxCell>
        <mxCell id="In8fDh9ZLN2M87an2Miy-241" parent="1" style="whiteSpace=wrap;html=1;" value="return err msg" vertex="1">
          <mxGeometry height="60" width="120" x="460" y="1345" as="geometry" />
        </mxCell>
        <mxCell id="In8fDh9ZLN2M87an2Miy-247" parent="1" style="swimlane;fontStyle=0;childLayout=stackLayout;horizontal=1;startSize=30;horizontalStack=0;resizeParent=1;resizeParentMax=0;resizeLast=0;collapsible=1;marginBottom=0;whiteSpace=wrap;html=1;" value="Call Polaris APIs in order:" vertex="1">
          <mxGeometry height="210" width="270" x="2050" y="1115" as="geometry" />
        </mxCell>
        <mxCell id="In8fDh9ZLN2M87an2Miy-248" parent="In8fDh9ZLN2M87an2Miy-247" style="text;strokeColor=none;fillColor=none;align=left;verticalAlign=middle;spacingLeft=4;spacingRight=4;overflow=hidden;points=[[0,0.5],[1,0.5]];portConstraint=eastwest;rotatable=0;whiteSpace=wrap;html=1;" value="&lt;span style=&quot;text-align: center;&quot;&gt;/loan/createAccount - no retry&lt;/span&gt;" vertex="1">
          <mxGeometry height="30" width="270" y="30" as="geometry" />
        </mxCell>
        <mxCell id="In8fDh9ZLN2M87an2Miy-250" parent="In8fDh9ZLN2M87an2Miy-247" style="text;strokeColor=none;fillColor=none;align=left;verticalAlign=middle;spacingLeft=4;spacingRight=4;overflow=hidden;points=[[0,0.5],[1,0.5]];portConstraint=eastwest;rotatable=0;whiteSpace=wrap;html=1;" value="&lt;span style=&quot;text-align: center;&quot;&gt;/loan/&lt;/span&gt;&lt;span style=&quot;background-color: rgb(252, 246, 219); color: rgb(0, 0, 0); font-family: &amp;quot;Anonymous Pro&amp;quot;, Menlo, Consolas, &amp;quot;Bitstream Vera Sans Mono&amp;quot;, &amp;quot;Courier New&amp;quot;, monospace; font-size: 0.9em;&quot;&gt;createNrsSchedule - retry&lt;/span&gt;" vertex="1">
          <mxGeometry height="30" width="270" y="60" as="geometry" />
        </mxCell>
        <mxCell id="In8fDh9ZLN2M87an2Miy-257" parent="In8fDh9ZLN2M87an2Miy-247" style="text;strokeColor=none;fillColor=none;align=left;verticalAlign=middle;spacingLeft=4;spacingRight=4;overflow=hidden;points=[[0,0.5],[1,0.5]];portConstraint=eastwest;rotatable=0;whiteSpace=wrap;html=1;" value="&lt;span style=&quot;text-align: center;&quot;&gt;/loan/openAccount - retry&lt;/span&gt;" vertex="1">
          <mxGeometry height="30" width="270" y="90" as="geometry" />
        </mxCell>
        <mxCell id="In8fDh9ZLN2M87an2Miy-251" parent="In8fDh9ZLN2M87an2Miy-247" style="text;strokeColor=none;fillColor=none;align=left;verticalAlign=middle;spacingLeft=4;spacingRight=4;overflow=hidden;points=[[0,0.5],[1,0.5]];portConstraint=eastwest;rotatable=0;whiteSpace=wrap;html=1;" value="&lt;span style=&quot;font-family: &amp;quot;Anonymous Pro&amp;quot;, Menlo, Consolas, &amp;quot;Bitstream Vera Sans Mono&amp;quot;, &amp;quot;Courier New&amp;quot;, monospace; font-size: 10.8px; white-space: pre-wrap;&quot;&gt;&lt;font style=&quot;color: light-dark(rgb(237, 237, 237), rgb(255, 255, 255));&quot;&gt;/line/linkLineAccountToLoan - retry?&lt;/font&gt;&lt;/span&gt;" vertex="1">
          <mxGeometry height="30" width="270" y="120" as="geometry" />
        </mxCell>
        <mxCell id="In8fDh9ZLN2M87an2Miy-256" parent="In8fDh9ZLN2M87an2Miy-247" style="text;strokeColor=none;fillColor=none;align=left;verticalAlign=middle;spacingLeft=4;spacingRight=4;overflow=hidden;points=[[0,0.5],[1,0.5]];portConstraint=eastwest;rotatable=0;whiteSpace=wrap;html=1;" value="&lt;span style=&quot;text-align: center;&quot;&gt;/loan/&lt;/span&gt;&lt;span style=&quot;white-space: pre-wrap; color: rgb(33, 33, 33); font-family: Inter, system-ui, -apple-system, &amp;quot;system-ui&amp;quot;, &amp;quot;Segoe UI&amp;quot;, Roboto, Oxygen, Ubuntu, Cantarell, &amp;quot;Fira Sans&amp;quot;, &amp;quot;Droid Sans&amp;quot;, Helvetica, Arial, sans-serif; background-color: rgb(255, 255, 255);&quot;&gt;grantLoanNonCash - retry&lt;/span&gt;" vertex="1">
          <mxGeometry height="30" width="270" y="150" as="geometry" />
        </mxCell>
        <mxCell id="In8fDh9ZLN2M87an2Miy-255" parent="In8fDh9ZLN2M87an2Miy-247" style="text;strokeColor=none;fillColor=none;align=left;verticalAlign=middle;spacingLeft=4;spacingRight=4;overflow=hidden;points=[[0,0.5],[1,0.5]];portConstraint=eastwest;rotatable=0;whiteSpace=wrap;html=1;" value="&lt;font face=&quot;Inter, system-ui, -apple-system, system-ui, Segoe UI, Roboto, Oxygen, Ubuntu, Cantarell, Fira Sans, Droid Sans, Helvetica, Arial, sans-serif&quot; style=&quot;color: light-dark(rgb(188, 188, 188), rgb(255, 255, 255));&quot;&gt;&lt;span style=&quot;white-space-collapse: preserve;&quot;&gt;CGW Trigger - no retry&lt;/span&gt;&lt;/font&gt;" vertex="1">
          <mxGeometry height="30" width="270" y="180" as="geometry" />
        </mxCell>
      </root>
    </mxGraphModel>
  </diagram>
</mxfile>
